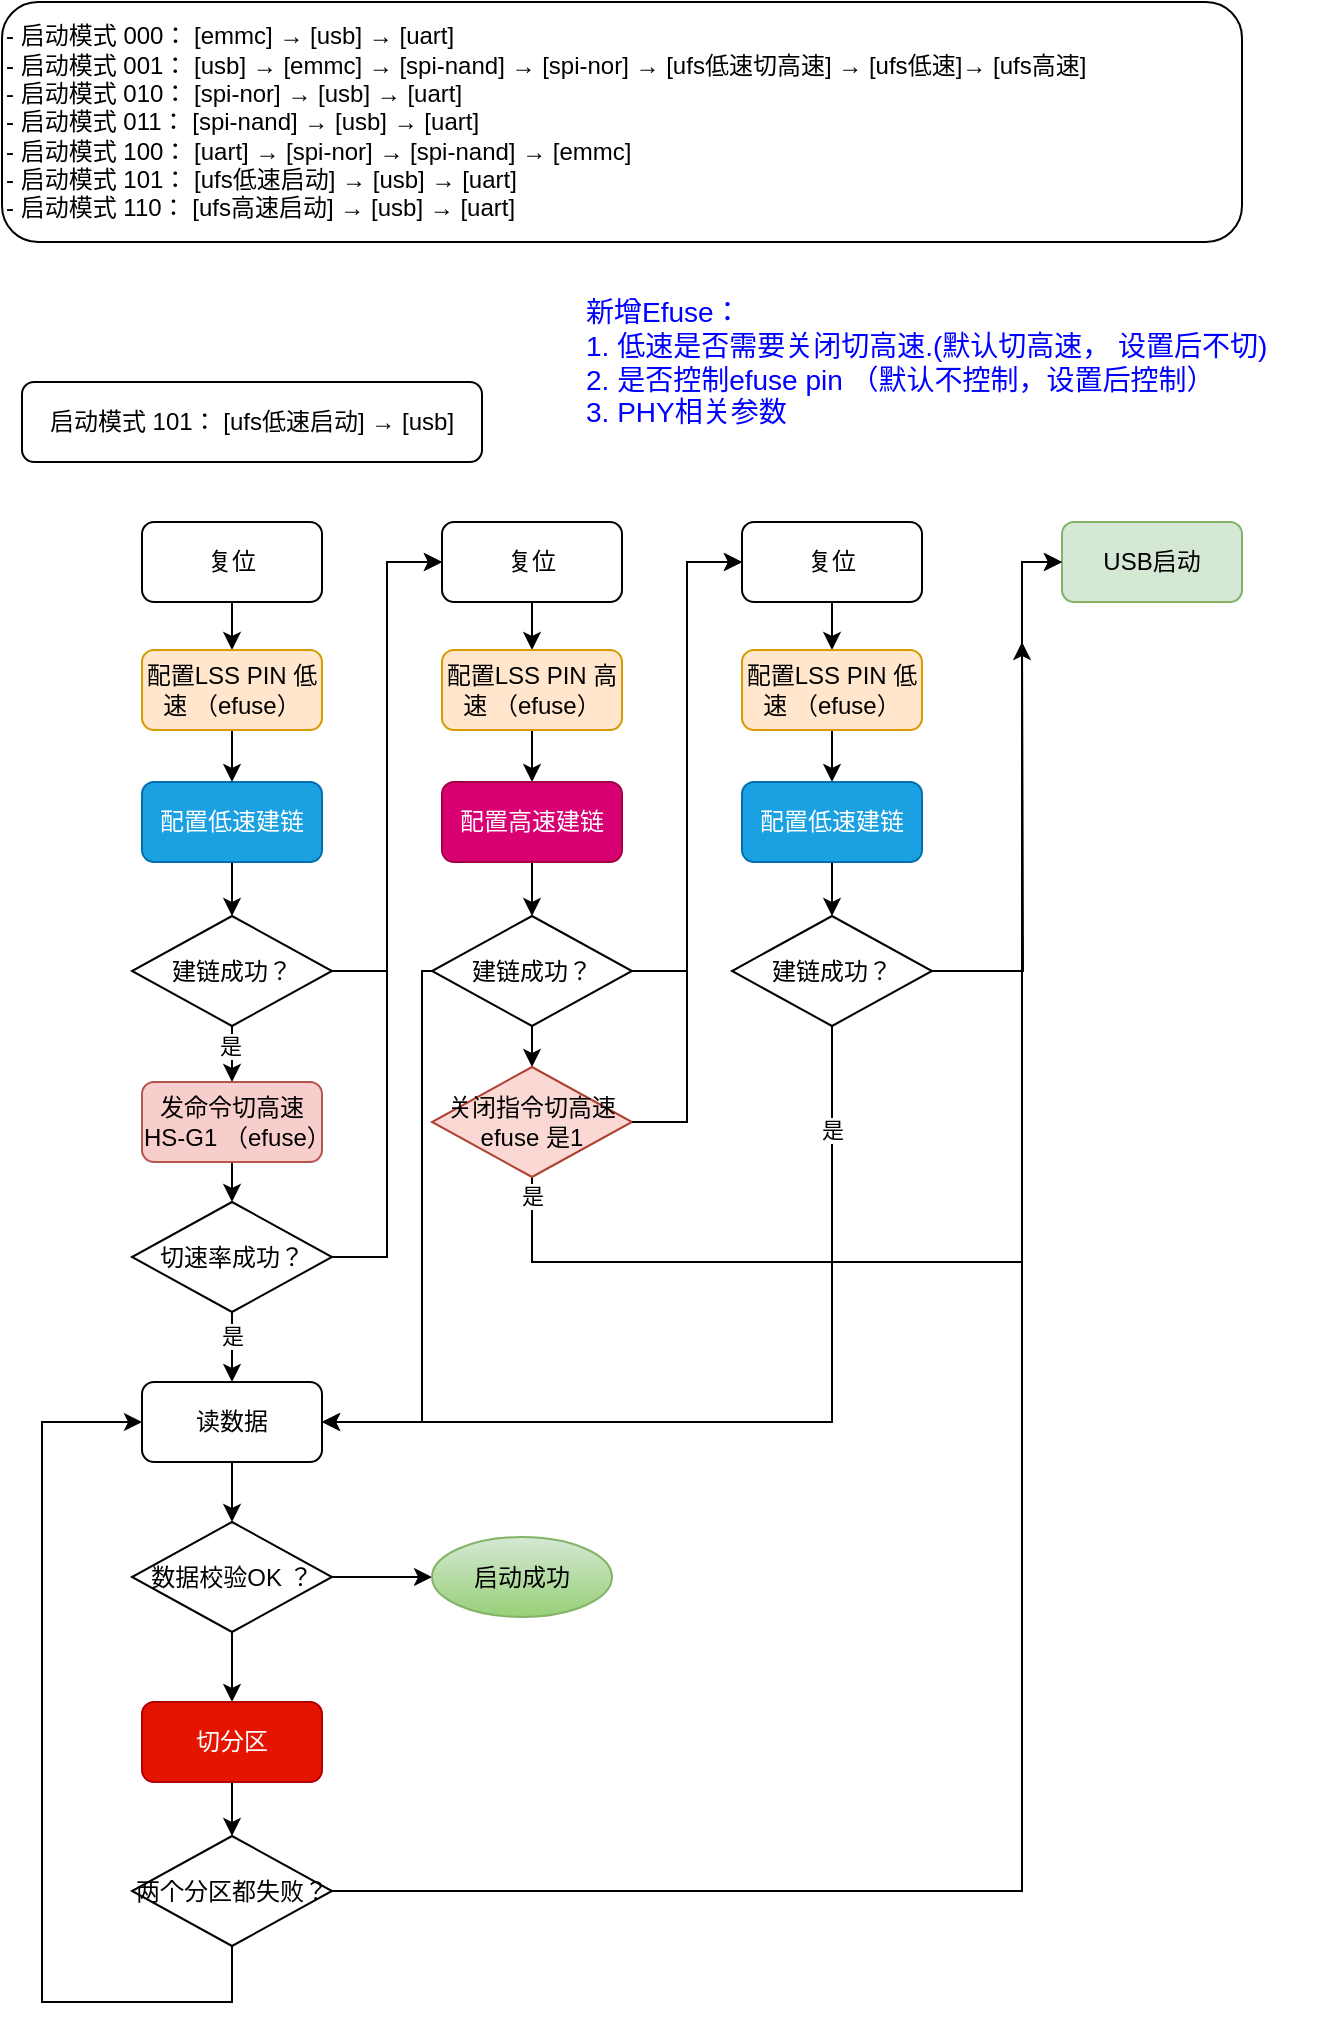
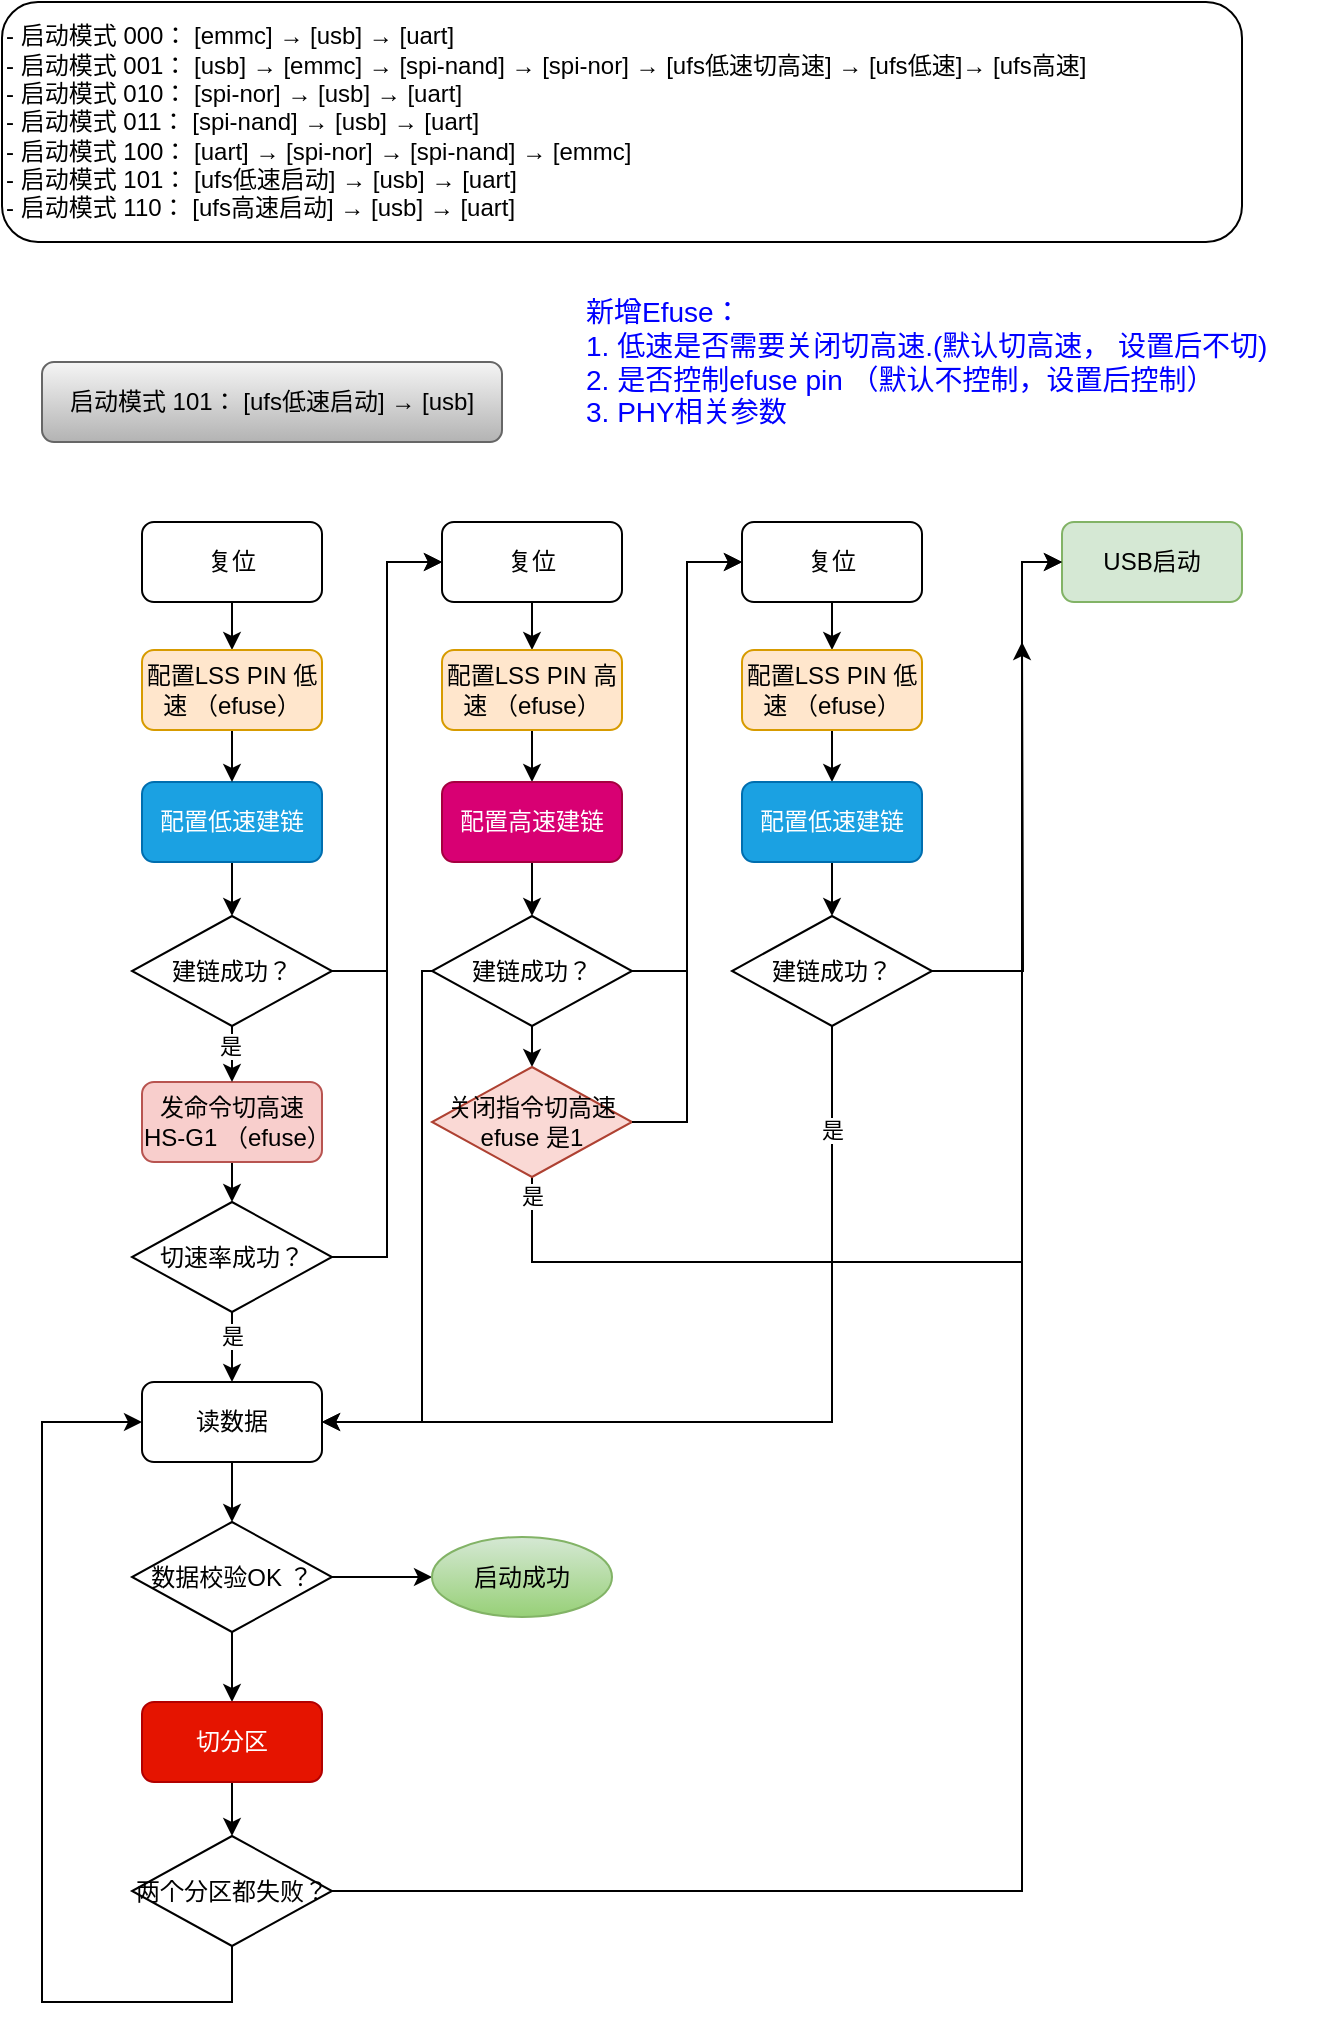
<mxfile host="app.diagrams.net" pages="3">
  <diagram name="第 1 页" id="G7MmgVwn_JN6exUAJ0xq">
    <mxGraphModel dx="1306" dy="677" grid="1" gridSize="10" guides="1" tooltips="1" connect="1" arrows="1" fold="1" page="1" pageScale="1" pageWidth="827" pageHeight="1169" math="0" shadow="0">
      <root>
        <mxCell id="0" />
        <mxCell id="1" parent="0" />
        <mxCell id="rA-qTAb89klGYPX6EJBB-1" parent="1" style="rounded=1;whiteSpace=wrap;html=1;align=left;" value="&lt;div&gt;-&amp;nbsp;&lt;span style=&quot;background-color: transparent; color: light-dark(rgb(0, 0, 0), rgb(255, 255, 255));&quot;&gt;启动模式&amp;nbsp;&lt;/span&gt;&lt;span style=&quot;background-color: transparent; color: light-dark(rgb(0, 0, 0), rgb(255, 255, 255));&quot;&gt;000： [emmc] → [usb] → [uart]&lt;/span&gt;&lt;/div&gt;&lt;div&gt;- 启动模式 001： [usb] → [emmc] → [spi-nand] → [spi-nor]&amp;nbsp;&lt;span style=&quot;background-color: transparent; color: light-dark(rgb(0, 0, 0), rgb(255, 255, 255));&quot;&gt;→ [ufs低速切高速]&amp;nbsp;&lt;/span&gt;&lt;span style=&quot;background-color: transparent; color: light-dark(rgb(0, 0, 0), rgb(255, 255, 255));&quot;&gt;→ [ufs&lt;/span&gt;低&lt;span style=&quot;background-color: transparent; color: light-dark(rgb(0, 0, 0), rgb(255, 255, 255));&quot;&gt;速]&lt;/span&gt;&lt;span style=&quot;background-color: transparent; color: light-dark(rgb(0, 0, 0), rgb(255, 255, 255));&quot;&gt;→ [ufs高速]&lt;/span&gt;&lt;span style=&quot;background-color: transparent; color: light-dark(rgb(0, 0, 0), rgb(255, 255, 255));&quot;&gt;&amp;nbsp;&lt;/span&gt;&lt;/div&gt;&lt;div&gt;- 启动模式 010： [spi-nor] → [usb] → [uart]&lt;/div&gt;&lt;div&gt;- 启动模式 011： [spi-nand] → [usb] → [uart]&lt;/div&gt;&lt;div&gt;- 启动模式 100： [uart] → [spi-nor] → [spi-nand] → [emmc]&lt;/div&gt;&lt;div&gt;- 启动模式 101： [ufs低速启动] &lt;span style=&quot;background-color: transparent; color: light-dark(rgb(0, 0, 0), rgb(255, 255, 255));&quot;&gt;→&amp;nbsp;&lt;/span&gt;&lt;span style=&quot;background-color: transparent; color: light-dark(rgb(0, 0, 0), rgb(255, 255, 255));&quot;&gt;[usb]&lt;/span&gt;&lt;span style=&quot;background-color: transparent; color: light-dark(rgb(0, 0, 0), rgb(255, 255, 255));&quot;&gt; &lt;/span&gt;&lt;span style=&quot;background-color: transparent; color: light-dark(rgb(0, 0, 0), rgb(255, 255, 255));&quot;&gt;→ [uart]&lt;/span&gt;&lt;/div&gt;&lt;div&gt;- 启动模式 110：&amp;nbsp;&lt;span style=&quot;background-color: transparent; color: light-dark(rgb(0, 0, 0), rgb(255, 255, 255));&quot;&gt;[ufs高速启动]&lt;/span&gt;&lt;span style=&quot;background-color: transparent; color: light-dark(rgb(0, 0, 0), rgb(255, 255, 255));&quot;&gt; &lt;/span&gt;&lt;span style=&quot;background-color: transparent; color: light-dark(rgb(0, 0, 0), rgb(255, 255, 255));&quot;&gt;→ &lt;/span&gt;&lt;span style=&quot;background-color: transparent; color: light-dark(rgb(0, 0, 0), rgb(255, 255, 255));&quot;&gt;[usb]&lt;/span&gt;&lt;span style=&quot;background-color: transparent; color: light-dark(rgb(0, 0, 0), rgb(255, 255, 255));&quot;&gt; &lt;/span&gt;&lt;span style=&quot;background-color: transparent; color: light-dark(rgb(0, 0, 0), rgb(255, 255, 255));&quot;&gt;→ [uart]&lt;/span&gt;&lt;/div&gt;" vertex="1">
          <mxGeometry height="120" width="620" x="90" y="60" as="geometry" />
        </mxCell>
        <mxCell id="NB0EyB8uGB_RDp4CUSld-2" parent="1" style="text;html=1;whiteSpace=wrap;strokeColor=none;fillColor=none;align=left;verticalAlign=middle;rounded=0;fontColor=#0000FF;fontSize=14;" value="新增Efuse：&lt;div&gt;1. 低速是否需要关闭切高速.(默认切高速， 设置后不切)&lt;/div&gt;&lt;div&gt;2. 是否控制efuse pin （默认不控制，设置后控制）&lt;/div&gt;&lt;div&gt;3. PHY相关参数&lt;/div&gt;" vertex="1">
          <mxGeometry height="80" width="374" x="380" y="200" as="geometry" />
        </mxCell>
        <mxCell id="NB0EyB8uGB_RDp4CUSld-23" edge="1" parent="1" source="NB0EyB8uGB_RDp4CUSld-5" style="edgeStyle=orthogonalEdgeStyle;rounded=0;orthogonalLoop=1;jettySize=auto;html=1;exitX=0.5;exitY=1;exitDx=0;exitDy=0;entryX=0.5;entryY=0;entryDx=0;entryDy=0;" target="NB0EyB8uGB_RDp4CUSld-7">
          <mxGeometry relative="1" as="geometry" />
        </mxCell>
        <mxCell id="NB0EyB8uGB_RDp4CUSld-5" parent="1" style="rounded=1;whiteSpace=wrap;html=1;" value="复位" vertex="1">
          <mxGeometry height="40" width="90" x="160" y="320" as="geometry" />
        </mxCell>
        <mxCell id="NB0EyB8uGB_RDp4CUSld-25" edge="1" parent="1" source="NB0EyB8uGB_RDp4CUSld-6" style="edgeStyle=orthogonalEdgeStyle;rounded=0;orthogonalLoop=1;jettySize=auto;html=1;exitX=0.5;exitY=1;exitDx=0;exitDy=0;entryX=0.5;entryY=0;entryDx=0;entryDy=0;" target="NB0EyB8uGB_RDp4CUSld-9">
          <mxGeometry relative="1" as="geometry" />
        </mxCell>
        <mxCell id="NB0EyB8uGB_RDp4CUSld-6" parent="1" style="rounded=1;whiteSpace=wrap;html=1;fillColor=#1ba1e2;fontColor=#ffffff;strokeColor=#006EAF;" value="配置低速建链" vertex="1">
          <mxGeometry height="40" width="90" x="160" y="450" as="geometry" />
        </mxCell>
        <mxCell id="NB0EyB8uGB_RDp4CUSld-24" edge="1" parent="1" source="NB0EyB8uGB_RDp4CUSld-7" style="edgeStyle=orthogonalEdgeStyle;rounded=0;orthogonalLoop=1;jettySize=auto;html=1;exitX=0.5;exitY=1;exitDx=0;exitDy=0;entryX=0.5;entryY=0;entryDx=0;entryDy=0;" target="NB0EyB8uGB_RDp4CUSld-6">
          <mxGeometry relative="1" as="geometry">
            <mxPoint x="205" y="444" as="targetPoint" />
          </mxGeometry>
        </mxCell>
        <mxCell id="NB0EyB8uGB_RDp4CUSld-7" parent="1" style="rounded=1;whiteSpace=wrap;html=1;fillColor=#ffe6cc;strokeColor=#d79b00;" value="配置LSS PIN 低速 （efuse）" vertex="1">
          <mxGeometry height="40" width="90" x="160" y="384" as="geometry" />
        </mxCell>
        <mxCell id="NB0EyB8uGB_RDp4CUSld-27" edge="1" parent="1" source="NB0EyB8uGB_RDp4CUSld-8" style="edgeStyle=orthogonalEdgeStyle;rounded=0;orthogonalLoop=1;jettySize=auto;html=1;exitX=0.5;exitY=1;exitDx=0;exitDy=0;entryX=0.5;entryY=0;entryDx=0;entryDy=0;" target="NB0EyB8uGB_RDp4CUSld-17">
          <mxGeometry relative="1" as="geometry" />
        </mxCell>
        <mxCell id="NB0EyB8uGB_RDp4CUSld-8" parent="1" style="rounded=1;whiteSpace=wrap;html=1;fillColor=#f8cecc;strokeColor=#b85450;" value="发命令切高速 HS-G1 （efuse）" vertex="1">
          <mxGeometry height="40" width="90" x="160" y="600" as="geometry" />
        </mxCell>
        <mxCell id="NB0EyB8uGB_RDp4CUSld-26" edge="1" parent="1" source="NB0EyB8uGB_RDp4CUSld-9" style="edgeStyle=orthogonalEdgeStyle;rounded=0;orthogonalLoop=1;jettySize=auto;html=1;exitX=0.5;exitY=1;exitDx=0;exitDy=0;" target="NB0EyB8uGB_RDp4CUSld-8">
          <mxGeometry relative="1" as="geometry" />
        </mxCell>
        <mxCell id="KlgkcFlpm4Ags5-VuJH5-14" connectable="0" parent="NB0EyB8uGB_RDp4CUSld-26" style="edgeLabel;html=1;align=center;verticalAlign=middle;resizable=0;points=[];" value="是" vertex="1">
          <mxGeometry relative="1" x="0.2946" y="-1" as="geometry">
            <mxPoint as="offset" />
          </mxGeometry>
        </mxCell>
        <mxCell id="KlgkcFlpm4Ags5-VuJH5-1" edge="1" parent="1" source="NB0EyB8uGB_RDp4CUSld-9" style="edgeStyle=orthogonalEdgeStyle;rounded=0;orthogonalLoop=1;jettySize=auto;html=1;exitX=1;exitY=0.5;exitDx=0;exitDy=0;entryX=0;entryY=0.5;entryDx=0;entryDy=0;" target="NB0EyB8uGB_RDp4CUSld-11">
          <mxGeometry relative="1" as="geometry" />
        </mxCell>
        <mxCell id="NB0EyB8uGB_RDp4CUSld-9" parent="1" style="rhombus;whiteSpace=wrap;html=1;" value="建链成功？" vertex="1">
          <mxGeometry height="55" width="100" x="155" y="517" as="geometry" />
        </mxCell>
-         <mxCell id="NB0EyB8uGB_RDp4CUSld-10" parent="1" style="rounded=1;whiteSpace=wrap;html=1;" value="&lt;span style=&quot;text-align: left;&quot;&gt;启动模式 101： [ufs低速启动] &lt;/span&gt;&lt;span style=&quot;color: light-dark(rgb(0, 0, 0), rgb(255, 255, 255)); text-align: left; background-color: transparent;&quot;&gt;→ &lt;/span&gt;&lt;span style=&quot;color: light-dark(rgb(0, 0, 0), rgb(255, 255, 255)); text-align: left; background-color: transparent;&quot;&gt;[usb]&lt;/span&gt;" vertex="1">
-           <mxGeometry height="40" width="230" x="100" y="250" as="geometry" />
+         <mxCell id="NB0EyB8uGB_RDp4CUSld-10" parent="1" style="rounded=1;whiteSpace=wrap;html=1;fillColor=#f5f5f5;gradientColor=#b3b3b3;strokeColor=#666666;" value="&lt;span style=&quot;text-align: left;&quot;&gt;启动模式 101： [ufs低速启动] &lt;/span&gt;&lt;span style=&quot;color: light-dark(rgb(0, 0, 0), rgb(255, 255, 255)); text-align: left; background-color: transparent;&quot;&gt;→ &lt;/span&gt;&lt;span style=&quot;color: light-dark(rgb(0, 0, 0), rgb(255, 255, 255)); text-align: left; background-color: transparent;&quot;&gt;[usb]&lt;/span&gt;" vertex="1">
+           <mxGeometry height="40" width="230" x="110" y="240" as="geometry" />
        </mxCell>
        <mxCell id="NB0EyB8uGB_RDp4CUSld-36" edge="1" parent="1" source="NB0EyB8uGB_RDp4CUSld-11" style="edgeStyle=orthogonalEdgeStyle;rounded=0;orthogonalLoop=1;jettySize=auto;html=1;exitX=0.5;exitY=1;exitDx=0;exitDy=0;entryX=0.5;entryY=0;entryDx=0;entryDy=0;" target="NB0EyB8uGB_RDp4CUSld-12">
          <mxGeometry relative="1" as="geometry" />
        </mxCell>
        <mxCell id="NB0EyB8uGB_RDp4CUSld-11" parent="1" style="rounded=1;whiteSpace=wrap;html=1;" value="复位" vertex="1">
          <mxGeometry height="40" width="90" x="310" y="320" as="geometry" />
        </mxCell>
        <mxCell id="NB0EyB8uGB_RDp4CUSld-37" edge="1" parent="1" source="NB0EyB8uGB_RDp4CUSld-12" style="edgeStyle=orthogonalEdgeStyle;rounded=0;orthogonalLoop=1;jettySize=auto;html=1;exitX=0.5;exitY=1;exitDx=0;exitDy=0;entryX=0.5;entryY=0;entryDx=0;entryDy=0;" target="NB0EyB8uGB_RDp4CUSld-13">
          <mxGeometry relative="1" as="geometry" />
        </mxCell>
        <mxCell id="NB0EyB8uGB_RDp4CUSld-12" parent="1" style="rounded=1;whiteSpace=wrap;html=1;fillColor=#ffe6cc;strokeColor=#d79b00;" value="配置LSS PIN 高速 （efuse）" vertex="1">
          <mxGeometry height="40" width="90" x="310" y="384" as="geometry" />
        </mxCell>
        <mxCell id="NB0EyB8uGB_RDp4CUSld-38" edge="1" parent="1" source="NB0EyB8uGB_RDp4CUSld-13" style="edgeStyle=orthogonalEdgeStyle;rounded=0;orthogonalLoop=1;jettySize=auto;html=1;exitX=0.5;exitY=1;exitDx=0;exitDy=0;entryX=0.5;entryY=0;entryDx=0;entryDy=0;" target="NB0EyB8uGB_RDp4CUSld-31">
          <mxGeometry relative="1" as="geometry" />
        </mxCell>
        <mxCell id="NB0EyB8uGB_RDp4CUSld-13" parent="1" style="rounded=1;whiteSpace=wrap;html=1;fillColor=#d80073;fontColor=#ffffff;strokeColor=#A50040;" value="配置高速建链" vertex="1">
          <mxGeometry height="40" width="90" x="310" y="450" as="geometry" />
        </mxCell>
        <mxCell id="NB0EyB8uGB_RDp4CUSld-28" edge="1" parent="1" source="NB0EyB8uGB_RDp4CUSld-17" style="edgeStyle=orthogonalEdgeStyle;rounded=0;orthogonalLoop=1;jettySize=auto;html=1;exitX=0.5;exitY=1;exitDx=0;exitDy=0;entryX=0.5;entryY=0;entryDx=0;entryDy=0;" target="NB0EyB8uGB_RDp4CUSld-18">
          <mxGeometry relative="1" as="geometry" />
        </mxCell>
        <mxCell id="KlgkcFlpm4Ags5-VuJH5-16" connectable="0" parent="NB0EyB8uGB_RDp4CUSld-28" style="edgeLabel;html=1;align=center;verticalAlign=middle;resizable=0;points=[];" value="是" vertex="1">
          <mxGeometry relative="1" x="-0.3338" as="geometry">
            <mxPoint as="offset" />
          </mxGeometry>
        </mxCell>
        <mxCell id="KlgkcFlpm4Ags5-VuJH5-2" edge="1" parent="1" source="NB0EyB8uGB_RDp4CUSld-17" style="edgeStyle=orthogonalEdgeStyle;rounded=0;orthogonalLoop=1;jettySize=auto;html=1;exitX=1;exitY=0.5;exitDx=0;exitDy=0;entryX=0;entryY=0.5;entryDx=0;entryDy=0;" target="NB0EyB8uGB_RDp4CUSld-11">
          <mxGeometry relative="1" as="geometry" />
        </mxCell>
        <mxCell id="NB0EyB8uGB_RDp4CUSld-17" parent="1" style="rhombus;whiteSpace=wrap;html=1;" value="切速率成功？" vertex="1">
          <mxGeometry height="55" width="100" x="155" y="660" as="geometry" />
        </mxCell>
        <mxCell id="NB0EyB8uGB_RDp4CUSld-29" edge="1" parent="1" source="NB0EyB8uGB_RDp4CUSld-18" style="edgeStyle=orthogonalEdgeStyle;rounded=0;orthogonalLoop=1;jettySize=auto;html=1;exitX=0.5;exitY=1;exitDx=0;exitDy=0;entryX=0.5;entryY=0;entryDx=0;entryDy=0;" target="NB0EyB8uGB_RDp4CUSld-20">
          <mxGeometry relative="1" as="geometry" />
        </mxCell>
        <mxCell id="NB0EyB8uGB_RDp4CUSld-18" parent="1" style="rounded=1;whiteSpace=wrap;html=1;" value="读数据" vertex="1">
          <mxGeometry height="40" width="90" x="160" y="750" as="geometry" />
        </mxCell>
        <mxCell id="NB0EyB8uGB_RDp4CUSld-30" edge="1" parent="1" source="NB0EyB8uGB_RDp4CUSld-20" style="edgeStyle=orthogonalEdgeStyle;rounded=0;orthogonalLoop=1;jettySize=auto;html=1;exitX=0.5;exitY=1;exitDx=0;exitDy=0;entryX=0.5;entryY=0;entryDx=0;entryDy=0;" target="NB0EyB8uGB_RDp4CUSld-21">
          <mxGeometry relative="1" as="geometry" />
        </mxCell>
        <mxCell id="Vg5q-0XLda4XJRTYY7xd-2" edge="1" parent="1" source="NB0EyB8uGB_RDp4CUSld-20" style="edgeStyle=orthogonalEdgeStyle;rounded=0;orthogonalLoop=1;jettySize=auto;html=1;exitX=1;exitY=0.5;exitDx=0;exitDy=0;entryX=0;entryY=0.5;entryDx=0;entryDy=0;" target="Vg5q-0XLda4XJRTYY7xd-1">
          <mxGeometry relative="1" as="geometry" />
        </mxCell>
        <mxCell id="NB0EyB8uGB_RDp4CUSld-20" parent="1" style="rhombus;whiteSpace=wrap;html=1;" value="数据校验OK ？" vertex="1">
          <mxGeometry height="55" width="100" x="155" y="820" as="geometry" />
        </mxCell>
        <mxCell id="NB0EyB8uGB_RDp4CUSld-22" edge="1" parent="1" source="KlgkcFlpm4Ags5-VuJH5-11" style="edgeStyle=orthogonalEdgeStyle;rounded=0;orthogonalLoop=1;jettySize=auto;html=1;exitX=0.5;exitY=1;exitDx=0;exitDy=0;entryX=0;entryY=0.5;entryDx=0;entryDy=0;" target="NB0EyB8uGB_RDp4CUSld-18">
          <mxGeometry relative="1" as="geometry">
            <Array as="points">
              <mxPoint x="205" y="1060" />
              <mxPoint x="110" y="1060" />
              <mxPoint x="110" y="770" />
            </Array>
          </mxGeometry>
        </mxCell>
        <mxCell id="KlgkcFlpm4Ags5-VuJH5-12" edge="1" parent="1" source="NB0EyB8uGB_RDp4CUSld-21" style="edgeStyle=orthogonalEdgeStyle;rounded=0;orthogonalLoop=1;jettySize=auto;html=1;exitX=0.5;exitY=1;exitDx=0;exitDy=0;entryX=0.5;entryY=0;entryDx=0;entryDy=0;" target="KlgkcFlpm4Ags5-VuJH5-11">
          <mxGeometry relative="1" as="geometry" />
        </mxCell>
        <mxCell id="NB0EyB8uGB_RDp4CUSld-21" parent="1" style="rounded=1;whiteSpace=wrap;html=1;fillColor=#e51400;fontColor=#ffffff;strokeColor=#B20000;" value="切分区" vertex="1">
          <mxGeometry height="40" width="90" x="160" y="910" as="geometry" />
        </mxCell>
        <mxCell id="KlgkcFlpm4Ags5-VuJH5-8" edge="1" parent="1" source="NB0EyB8uGB_RDp4CUSld-31" style="edgeStyle=orthogonalEdgeStyle;rounded=0;orthogonalLoop=1;jettySize=auto;html=1;exitX=1;exitY=0.5;exitDx=0;exitDy=0;entryX=0;entryY=0.5;entryDx=0;entryDy=0;" target="NB0EyB8uGB_RDp4CUSld-42">
          <mxGeometry relative="1" as="geometry" />
        </mxCell>
        <mxCell id="Vg5q-0XLda4XJRTYY7xd-7" edge="1" parent="1" source="NB0EyB8uGB_RDp4CUSld-31" style="edgeStyle=orthogonalEdgeStyle;rounded=0;orthogonalLoop=1;jettySize=auto;html=1;exitX=0;exitY=0.5;exitDx=0;exitDy=0;">
          <mxGeometry relative="1" as="geometry">
            <Array as="points">
              <mxPoint x="300" y="544" />
              <mxPoint x="300" y="770" />
            </Array>
            <mxPoint x="250" y="770" as="targetPoint" />
          </mxGeometry>
        </mxCell>
        <mxCell id="Vg5q-0XLda4XJRTYY7xd-8" edge="1" parent="1" source="NB0EyB8uGB_RDp4CUSld-31" style="edgeStyle=orthogonalEdgeStyle;rounded=0;orthogonalLoop=1;jettySize=auto;html=1;exitX=0.5;exitY=1;exitDx=0;exitDy=0;entryX=0.5;entryY=0;entryDx=0;entryDy=0;" target="Vg5q-0XLda4XJRTYY7xd-3">
          <mxGeometry relative="1" as="geometry" />
        </mxCell>
        <mxCell id="NB0EyB8uGB_RDp4CUSld-31" parent="1" style="rhombus;whiteSpace=wrap;html=1;" value="建链成功？" vertex="1">
          <mxGeometry height="55" width="100" x="305" y="517" as="geometry" />
        </mxCell>
        <mxCell id="KlgkcFlpm4Ags5-VuJH5-5" edge="1" parent="1" source="NB0EyB8uGB_RDp4CUSld-42" style="edgeStyle=orthogonalEdgeStyle;rounded=0;orthogonalLoop=1;jettySize=auto;html=1;exitX=0.5;exitY=1;exitDx=0;exitDy=0;entryX=0.5;entryY=0;entryDx=0;entryDy=0;" target="NB0EyB8uGB_RDp4CUSld-43">
          <mxGeometry relative="1" as="geometry" />
        </mxCell>
        <mxCell id="NB0EyB8uGB_RDp4CUSld-42" parent="1" style="rounded=1;whiteSpace=wrap;html=1;" value="复位" vertex="1">
          <mxGeometry height="40" width="90" x="460" y="320" as="geometry" />
        </mxCell>
        <mxCell id="KlgkcFlpm4Ags5-VuJH5-6" edge="1" parent="1" source="NB0EyB8uGB_RDp4CUSld-43" style="edgeStyle=orthogonalEdgeStyle;rounded=0;orthogonalLoop=1;jettySize=auto;html=1;exitX=0.5;exitY=1;exitDx=0;exitDy=0;entryX=0.5;entryY=0;entryDx=0;entryDy=0;" target="NB0EyB8uGB_RDp4CUSld-44">
          <mxGeometry relative="1" as="geometry" />
        </mxCell>
        <mxCell id="NB0EyB8uGB_RDp4CUSld-43" parent="1" style="rounded=1;whiteSpace=wrap;html=1;fillColor=#ffe6cc;strokeColor=#d79b00;" value="配置LSS PIN 低速 （efuse）" vertex="1">
          <mxGeometry height="40" width="90" x="460" y="384" as="geometry" />
        </mxCell>
        <mxCell id="KlgkcFlpm4Ags5-VuJH5-7" edge="1" parent="1" source="NB0EyB8uGB_RDp4CUSld-44" style="edgeStyle=orthogonalEdgeStyle;rounded=0;orthogonalLoop=1;jettySize=auto;html=1;exitX=0.5;exitY=1;exitDx=0;exitDy=0;entryX=0.5;entryY=0;entryDx=0;entryDy=0;" target="NB0EyB8uGB_RDp4CUSld-45">
          <mxGeometry relative="1" as="geometry" />
        </mxCell>
        <mxCell id="NB0EyB8uGB_RDp4CUSld-44" parent="1" style="rounded=1;whiteSpace=wrap;html=1;fillColor=#1ba1e2;fontColor=#ffffff;strokeColor=#006EAF;" value="配置低速建链" vertex="1">
          <mxGeometry height="40" width="90" x="460" y="450" as="geometry" />
        </mxCell>
        <mxCell id="KlgkcFlpm4Ags5-VuJH5-4" edge="1" parent="1" source="NB0EyB8uGB_RDp4CUSld-45" style="edgeStyle=orthogonalEdgeStyle;rounded=0;orthogonalLoop=1;jettySize=auto;html=1;exitX=0.5;exitY=1;exitDx=0;exitDy=0;">
          <mxGeometry relative="1" as="geometry">
            <Array as="points">
              <mxPoint x="505" y="770" />
              <mxPoint x="250" y="770" />
            </Array>
            <mxPoint x="250" y="770" as="targetPoint" />
          </mxGeometry>
        </mxCell>
        <mxCell id="KlgkcFlpm4Ags5-VuJH5-18" connectable="0" parent="KlgkcFlpm4Ags5-VuJH5-4" style="edgeLabel;html=1;align=center;verticalAlign=middle;resizable=0;points=[];" value="是" vertex="1">
          <mxGeometry relative="1" x="-0.7697" as="geometry">
            <mxPoint as="offset" />
          </mxGeometry>
        </mxCell>
        <mxCell id="KlgkcFlpm4Ags5-VuJH5-19" edge="1" parent="1" source="NB0EyB8uGB_RDp4CUSld-45" style="edgeStyle=orthogonalEdgeStyle;rounded=0;orthogonalLoop=1;jettySize=auto;html=1;exitX=1;exitY=0.5;exitDx=0;exitDy=0;">
          <mxGeometry relative="1" as="geometry">
            <mxPoint x="600" y="380" as="targetPoint" />
          </mxGeometry>
        </mxCell>
        <mxCell id="NB0EyB8uGB_RDp4CUSld-45" parent="1" style="rhombus;whiteSpace=wrap;html=1;" value="建链成功？" vertex="1">
          <mxGeometry height="55" width="100" x="455" y="517" as="geometry" />
        </mxCell>
        <mxCell id="KlgkcFlpm4Ags5-VuJH5-9" parent="1" style="rounded=1;whiteSpace=wrap;html=1;fillColor=#d5e8d4;strokeColor=#82b366;" value="USB启动" vertex="1">
          <mxGeometry height="40" width="90" x="620" y="320" as="geometry" />
        </mxCell>
        <mxCell id="KlgkcFlpm4Ags5-VuJH5-13" edge="1" parent="1" source="KlgkcFlpm4Ags5-VuJH5-11" style="edgeStyle=orthogonalEdgeStyle;rounded=0;orthogonalLoop=1;jettySize=auto;html=1;exitX=1;exitY=0.5;exitDx=0;exitDy=0;entryX=0;entryY=0.5;entryDx=0;entryDy=0;" target="KlgkcFlpm4Ags5-VuJH5-9">
          <mxGeometry relative="1" as="geometry">
            <Array as="points">
              <mxPoint x="600" y="1005" />
              <mxPoint x="600" y="340" />
            </Array>
          </mxGeometry>
        </mxCell>
        <mxCell id="KlgkcFlpm4Ags5-VuJH5-11" parent="1" style="rhombus;whiteSpace=wrap;html=1;" value="两个分区都失败？" vertex="1">
          <mxGeometry height="55" width="100" x="155" y="977" as="geometry" />
        </mxCell>
        <mxCell id="Vg5q-0XLda4XJRTYY7xd-1" parent="1" style="ellipse;whiteSpace=wrap;html=1;fillColor=#d5e8d4;gradientColor=#97d077;strokeColor=#82b366;" value="启动成功" vertex="1">
          <mxGeometry height="40" width="90" x="305" y="827.5" as="geometry" />
        </mxCell>
        <mxCell id="Vg5q-0XLda4XJRTYY7xd-10" edge="1" parent="1" source="Vg5q-0XLda4XJRTYY7xd-3" style="edgeStyle=orthogonalEdgeStyle;rounded=0;orthogonalLoop=1;jettySize=auto;html=1;exitX=0.5;exitY=1;exitDx=0;exitDy=0;entryX=0;entryY=0.5;entryDx=0;entryDy=0;" target="KlgkcFlpm4Ags5-VuJH5-9">
          <mxGeometry relative="1" as="geometry">
            <Array as="points">
              <mxPoint x="355" y="690" />
              <mxPoint x="600" y="690" />
              <mxPoint x="600" y="340" />
            </Array>
          </mxGeometry>
        </mxCell>
        <mxCell id="Vg5q-0XLda4XJRTYY7xd-11" connectable="0" parent="Vg5q-0XLda4XJRTYY7xd-10" style="edgeLabel;html=1;align=center;verticalAlign=middle;resizable=0;points=[];" value="是" vertex="1">
          <mxGeometry relative="1" x="-0.9713" as="geometry">
            <mxPoint as="offset" />
          </mxGeometry>
        </mxCell>
        <mxCell id="Vg5q-0XLda4XJRTYY7xd-3" parent="1" style="rhombus;whiteSpace=wrap;html=1;fillColor=#fad9d5;strokeColor=#ae4132;" value="关闭指令切高速&lt;div&gt;efuse 是1&lt;/div&gt;" vertex="1">
          <mxGeometry height="55" width="100" x="305" y="592.5" as="geometry" />
        </mxCell>
        <mxCell id="Vg5q-0XLda4XJRTYY7xd-9" edge="1" parent="1" source="Vg5q-0XLda4XJRTYY7xd-3" style="edgeStyle=orthogonalEdgeStyle;rounded=0;orthogonalLoop=1;jettySize=auto;html=1;exitX=1;exitY=0.5;exitDx=0;exitDy=0;entryX=0;entryY=0.5;entryDx=0;entryDy=0;" target="NB0EyB8uGB_RDp4CUSld-42">
          <mxGeometry relative="1" as="geometry" />
        </mxCell>
      </root>
    </mxGraphModel>
  </diagram>
  <diagram id="ql6nhWf0VNW54Wtxsakh" name="第 3 页">
    <mxGraphModel dx="902" dy="467" grid="1" gridSize="10" guides="1" tooltips="1" connect="1" arrows="1" fold="1" page="1" pageScale="1" pageWidth="827" pageHeight="1169" math="0" shadow="0">
      <root>
        <mxCell id="0" />
        <mxCell id="1" parent="0" />
        <mxCell id="Snxa9bD47oOBx4wNCC72-1" edge="1" parent="1" source="Snxa9bD47oOBx4wNCC72-2" style="edgeStyle=orthogonalEdgeStyle;rounded=0;orthogonalLoop=1;jettySize=auto;html=1;exitX=0.5;exitY=1;exitDx=0;exitDy=0;entryX=0.5;entryY=0;entryDx=0;entryDy=0;" target="Snxa9bD47oOBx4wNCC72-6">
          <mxGeometry relative="1" as="geometry" />
        </mxCell>
        <mxCell id="Snxa9bD47oOBx4wNCC72-2" parent="1" style="rounded=1;whiteSpace=wrap;html=1;" value="复位" vertex="1">
          <mxGeometry height="40" width="90" x="190" y="110" as="geometry" />
        </mxCell>
        <mxCell id="Snxa9bD47oOBx4wNCC72-3" edge="1" parent="1" source="Snxa9bD47oOBx4wNCC72-4" style="edgeStyle=orthogonalEdgeStyle;rounded=0;orthogonalLoop=1;jettySize=auto;html=1;exitX=0.5;exitY=1;exitDx=0;exitDy=0;entryX=0.5;entryY=0;entryDx=0;entryDy=0;" target="Snxa9bD47oOBx4wNCC72-23">
          <mxGeometry relative="1" as="geometry">
            <mxPoint x="235" y="307" as="targetPoint" />
          </mxGeometry>
        </mxCell>
        <mxCell id="Snxa9bD47oOBx4wNCC72-4" parent="1" style="rounded=1;whiteSpace=wrap;html=1;fillColor=#d80073;fontColor=#ffffff;strokeColor=#A50040;" value="配置高速建链" vertex="1">
          <mxGeometry height="40" width="90" x="190" y="240" as="geometry" />
        </mxCell>
        <mxCell id="Snxa9bD47oOBx4wNCC72-5" edge="1" parent="1" source="Snxa9bD47oOBx4wNCC72-6" style="edgeStyle=orthogonalEdgeStyle;rounded=0;orthogonalLoop=1;jettySize=auto;html=1;exitX=0.5;exitY=1;exitDx=0;exitDy=0;entryX=0.5;entryY=0;entryDx=0;entryDy=0;" target="Snxa9bD47oOBx4wNCC72-4">
          <mxGeometry relative="1" as="geometry">
            <mxPoint x="235" y="234" as="targetPoint" />
          </mxGeometry>
        </mxCell>
        <mxCell id="Snxa9bD47oOBx4wNCC72-6" parent="1" style="rounded=1;whiteSpace=wrap;html=1;fillColor=#ffe6cc;strokeColor=#d79b00;" value="配置LSS PIN高速 （efuse）" vertex="1">
          <mxGeometry height="40" width="90" x="190" y="174" as="geometry" />
        </mxCell>
-         <mxCell id="Snxa9bD47oOBx4wNCC72-13" parent="1" style="rounded=1;whiteSpace=wrap;html=1;align=left;" value="启动模式 110： &lt;span style=&quot;color: light-dark(rgb(0, 0, 0), rgb(255, 255, 255)); background-color: transparent;&quot;&gt;[ufs高速启动]&lt;/span&gt;&lt;span style=&quot;color: light-dark(rgb(0, 0, 0), rgb(255, 255, 255)); background-color: transparent;&quot;&gt; &lt;/span&gt;&lt;span style=&quot;color: light-dark(rgb(0, 0, 0), rgb(255, 255, 255)); background-color: transparent;&quot;&gt;→ &lt;/span&gt;&lt;span style=&quot;color: light-dark(rgb(0, 0, 0), rgb(255, 255, 255)); background-color: transparent;&quot;&gt;[usb]&lt;/span&gt;" vertex="1">
-           <mxGeometry height="40" width="450" x="185" y="30" as="geometry" />
+         <mxCell id="Snxa9bD47oOBx4wNCC72-13" parent="1" style="rounded=1;whiteSpace=wrap;html=1;align=left;fillColor=#f5f5f5;gradientColor=#b3b3b3;strokeColor=#666666;" value="启动模式 110： &lt;span style=&quot;color: light-dark(rgb(0, 0, 0), rgb(255, 255, 255)); background-color: transparent;&quot;&gt;[ufs高速启动]&lt;/span&gt;&lt;span style=&quot;color: light-dark(rgb(0, 0, 0), rgb(255, 255, 255)); background-color: transparent;&quot;&gt; &lt;/span&gt;&lt;span style=&quot;color: light-dark(rgb(0, 0, 0), rgb(255, 255, 255)); background-color: transparent;&quot;&gt;→ &lt;/span&gt;&lt;span style=&quot;color: light-dark(rgb(0, 0, 0), rgb(255, 255, 255)); background-color: transparent;&quot;&gt;[usb]&lt;/span&gt;" vertex="1">
+           <mxGeometry height="40" width="275" x="185" y="30" as="geometry" />
        </mxCell>
        <mxCell id="Snxa9bD47oOBx4wNCC72-14" edge="1" parent="1" source="Snxa9bD47oOBx4wNCC72-15" style="edgeStyle=orthogonalEdgeStyle;rounded=0;orthogonalLoop=1;jettySize=auto;html=1;exitX=0.5;exitY=1;exitDx=0;exitDy=0;entryX=0.5;entryY=0;entryDx=0;entryDy=0;" target="Snxa9bD47oOBx4wNCC72-17">
          <mxGeometry relative="1" as="geometry" />
        </mxCell>
        <mxCell id="Snxa9bD47oOBx4wNCC72-15" parent="1" style="rounded=1;whiteSpace=wrap;html=1;" value="复位" vertex="1">
          <mxGeometry height="40" width="90" x="340" y="110" as="geometry" />
        </mxCell>
        <mxCell id="Snxa9bD47oOBx4wNCC72-16" edge="1" parent="1" source="Snxa9bD47oOBx4wNCC72-17" style="edgeStyle=orthogonalEdgeStyle;rounded=0;orthogonalLoop=1;jettySize=auto;html=1;exitX=0.5;exitY=1;exitDx=0;exitDy=0;entryX=0.5;entryY=0;entryDx=0;entryDy=0;" target="Snxa9bD47oOBx4wNCC72-19">
          <mxGeometry relative="1" as="geometry" />
        </mxCell>
        <mxCell id="Snxa9bD47oOBx4wNCC72-17" parent="1" style="rounded=1;whiteSpace=wrap;html=1;fillColor=#ffe6cc;strokeColor=#d79b00;" value="配置LSS PIN 低速 (efuse)" vertex="1">
          <mxGeometry height="40" width="90" x="340" y="174" as="geometry" />
        </mxCell>
        <mxCell id="Snxa9bD47oOBx4wNCC72-18" edge="1" parent="1" source="Snxa9bD47oOBx4wNCC72-19" style="edgeStyle=orthogonalEdgeStyle;rounded=0;orthogonalLoop=1;jettySize=auto;html=1;exitX=0.5;exitY=1;exitDx=0;exitDy=0;entryX=0.5;entryY=0;entryDx=0;entryDy=0;" target="Snxa9bD47oOBx4wNCC72-34">
          <mxGeometry relative="1" as="geometry" />
        </mxCell>
        <mxCell id="Snxa9bD47oOBx4wNCC72-19" parent="1" style="rounded=1;whiteSpace=wrap;html=1;fillColor=#1ba1e2;fontColor=#ffffff;strokeColor=#006EAF;" value="配置低速建链" vertex="1">
          <mxGeometry height="40" width="90" x="340" y="240" as="geometry" />
        </mxCell>
        <mxCell id="Snxa9bD47oOBx4wNCC72-20" edge="1" parent="1" source="Snxa9bD47oOBx4wNCC72-23" style="edgeStyle=orthogonalEdgeStyle;rounded=0;orthogonalLoop=1;jettySize=auto;html=1;exitX=0.5;exitY=1;exitDx=0;exitDy=0;entryX=0.5;entryY=0;entryDx=0;entryDy=0;" target="Snxa9bD47oOBx4wNCC72-25">
          <mxGeometry relative="1" as="geometry" />
        </mxCell>
        <mxCell id="Snxa9bD47oOBx4wNCC72-21" connectable="0" parent="Snxa9bD47oOBx4wNCC72-20" style="edgeLabel;html=1;align=center;verticalAlign=middle;resizable=0;points=[];" value="是" vertex="1">
          <mxGeometry relative="1" x="-0.3338" as="geometry">
            <mxPoint as="offset" />
          </mxGeometry>
        </mxCell>
        <mxCell id="Snxa9bD47oOBx4wNCC72-22" edge="1" parent="1" source="Snxa9bD47oOBx4wNCC72-23" style="edgeStyle=orthogonalEdgeStyle;rounded=0;orthogonalLoop=1;jettySize=auto;html=1;exitX=1;exitY=0.5;exitDx=0;exitDy=0;entryX=0;entryY=0.5;entryDx=0;entryDy=0;" target="Snxa9bD47oOBx4wNCC72-15">
          <mxGeometry relative="1" as="geometry" />
        </mxCell>
        <mxCell id="Snxa9bD47oOBx4wNCC72-23" parent="1" style="rhombus;whiteSpace=wrap;html=1;" value="建链成功？" vertex="1">
          <mxGeometry height="55" width="100" x="185" y="310" as="geometry" />
        </mxCell>
        <mxCell id="Snxa9bD47oOBx4wNCC72-24" edge="1" parent="1" source="Snxa9bD47oOBx4wNCC72-25" style="edgeStyle=orthogonalEdgeStyle;rounded=0;orthogonalLoop=1;jettySize=auto;html=1;exitX=0.5;exitY=1;exitDx=0;exitDy=0;entryX=0.5;entryY=0;entryDx=0;entryDy=0;" target="Snxa9bD47oOBx4wNCC72-27">
          <mxGeometry relative="1" as="geometry" />
        </mxCell>
        <mxCell id="Snxa9bD47oOBx4wNCC72-25" parent="1" style="rounded=1;whiteSpace=wrap;html=1;" value="读数据" vertex="1">
          <mxGeometry height="40" width="90" x="190" y="540" as="geometry" />
        </mxCell>
        <mxCell id="Snxa9bD47oOBx4wNCC72-26" edge="1" parent="1" source="Snxa9bD47oOBx4wNCC72-27" style="edgeStyle=orthogonalEdgeStyle;rounded=0;orthogonalLoop=1;jettySize=auto;html=1;exitX=0.5;exitY=1;exitDx=0;exitDy=0;entryX=0.5;entryY=0;entryDx=0;entryDy=0;" target="Snxa9bD47oOBx4wNCC72-30">
          <mxGeometry relative="1" as="geometry" />
        </mxCell>
        <mxCell id="Qj_6jyX3p3bSbpmFPhCt-1" connectable="0" parent="Snxa9bD47oOBx4wNCC72-26" style="edgeLabel;html=1;align=center;verticalAlign=middle;resizable=0;points=[];" value="否" vertex="1">
          <mxGeometry relative="1" x="-0.4236" y="-2" as="geometry">
            <mxPoint as="offset" />
          </mxGeometry>
        </mxCell>
        <mxCell id="Qj_6jyX3p3bSbpmFPhCt-3" edge="1" parent="1" source="Snxa9bD47oOBx4wNCC72-27" style="edgeStyle=orthogonalEdgeStyle;rounded=0;orthogonalLoop=1;jettySize=auto;html=1;exitX=1;exitY=0.5;exitDx=0;exitDy=0;" target="Qj_6jyX3p3bSbpmFPhCt-2">
          <mxGeometry relative="1" as="geometry" />
        </mxCell>
        <mxCell id="Snxa9bD47oOBx4wNCC72-27" parent="1" style="rhombus;whiteSpace=wrap;html=1;" value="数据校验OK ？" vertex="1">
          <mxGeometry height="55" width="100" x="185" y="610" as="geometry" />
        </mxCell>
        <mxCell id="Snxa9bD47oOBx4wNCC72-28" edge="1" parent="1" source="Snxa9bD47oOBx4wNCC72-47" style="edgeStyle=orthogonalEdgeStyle;rounded=0;orthogonalLoop=1;jettySize=auto;html=1;exitX=0.5;exitY=1;exitDx=0;exitDy=0;entryX=0;entryY=0.5;entryDx=0;entryDy=0;" target="Snxa9bD47oOBx4wNCC72-25">
          <mxGeometry relative="1" as="geometry">
            <Array as="points">
              <mxPoint x="235" y="850" />
              <mxPoint x="140" y="850" />
              <mxPoint x="140" y="560" />
            </Array>
          </mxGeometry>
        </mxCell>
        <mxCell id="Snxa9bD47oOBx4wNCC72-29" edge="1" parent="1" source="Snxa9bD47oOBx4wNCC72-30" style="edgeStyle=orthogonalEdgeStyle;rounded=0;orthogonalLoop=1;jettySize=auto;html=1;exitX=0.5;exitY=1;exitDx=0;exitDy=0;entryX=0.5;entryY=0;entryDx=0;entryDy=0;" target="Snxa9bD47oOBx4wNCC72-47">
          <mxGeometry relative="1" as="geometry" />
        </mxCell>
        <mxCell id="Snxa9bD47oOBx4wNCC72-30" parent="1" style="rounded=1;whiteSpace=wrap;html=1;fillColor=#e51400;fontColor=#ffffff;strokeColor=#B20000;" value="切分区" vertex="1">
          <mxGeometry height="40" width="90" x="190" y="700" as="geometry" />
        </mxCell>
        <mxCell id="Snxa9bD47oOBx4wNCC72-31" edge="1" parent="1" source="kbyZZD2k67tRUDCe1sfv-1" style="edgeStyle=orthogonalEdgeStyle;rounded=0;orthogonalLoop=1;jettySize=auto;html=1;exitX=0.5;exitY=1;exitDx=0;exitDy=0;" target="kbyZZD2k67tRUDCe1sfv-4">
          <mxGeometry relative="1" as="geometry" />
        </mxCell>
        <mxCell id="Snxa9bD47oOBx4wNCC72-33" edge="1" parent="1" source="Snxa9bD47oOBx4wNCC72-34" style="edgeStyle=orthogonalEdgeStyle;rounded=0;orthogonalLoop=1;jettySize=auto;html=1;exitX=1;exitY=0.5;exitDx=0;exitDy=0;entryX=0;entryY=0.5;entryDx=0;entryDy=0;" target="Snxa9bD47oOBx4wNCC72-45">
          <mxGeometry relative="1" as="geometry">
            <Array as="points">
              <mxPoint x="450" y="335" />
              <mxPoint x="450" y="100" />
              <mxPoint x="630" y="100" />
              <mxPoint x="630" y="130" />
            </Array>
          </mxGeometry>
        </mxCell>
        <mxCell id="Snxa9bD47oOBx4wNCC72-34" parent="1" style="rhombus;whiteSpace=wrap;html=1;" value="建链成功？" vertex="1">
          <mxGeometry height="55" width="100" x="335" y="307" as="geometry" />
        </mxCell>
        <mxCell id="Snxa9bD47oOBx4wNCC72-35" edge="1" parent="1" source="Snxa9bD47oOBx4wNCC72-36" style="edgeStyle=orthogonalEdgeStyle;rounded=0;orthogonalLoop=1;jettySize=auto;html=1;exitX=0.5;exitY=1;exitDx=0;exitDy=0;entryX=0.5;entryY=0;entryDx=0;entryDy=0;" target="Snxa9bD47oOBx4wNCC72-38">
          <mxGeometry relative="1" as="geometry" />
        </mxCell>
        <mxCell id="Snxa9bD47oOBx4wNCC72-36" parent="1" style="rounded=1;whiteSpace=wrap;html=1;" value="复位" vertex="1">
          <mxGeometry height="40" width="90" x="490" y="110" as="geometry" />
        </mxCell>
        <mxCell id="Snxa9bD47oOBx4wNCC72-37" edge="1" parent="1" source="Snxa9bD47oOBx4wNCC72-38" style="edgeStyle=orthogonalEdgeStyle;rounded=0;orthogonalLoop=1;jettySize=auto;html=1;exitX=0.5;exitY=1;exitDx=0;exitDy=0;entryX=0.5;entryY=0;entryDx=0;entryDy=0;" target="Snxa9bD47oOBx4wNCC72-40">
          <mxGeometry relative="1" as="geometry" />
        </mxCell>
        <mxCell id="Snxa9bD47oOBx4wNCC72-38" parent="1" style="rounded=1;whiteSpace=wrap;html=1;fillColor=#ffe6cc;strokeColor=#d79b00;" value="配置LSS PIN 低速 (efuse)" vertex="1">
          <mxGeometry height="40" width="90" x="490" y="174" as="geometry" />
        </mxCell>
        <mxCell id="Snxa9bD47oOBx4wNCC72-39" edge="1" parent="1" source="Snxa9bD47oOBx4wNCC72-40" style="edgeStyle=orthogonalEdgeStyle;rounded=0;orthogonalLoop=1;jettySize=auto;html=1;exitX=0.5;exitY=1;exitDx=0;exitDy=0;entryX=0.5;entryY=0;entryDx=0;entryDy=0;" target="Snxa9bD47oOBx4wNCC72-44">
          <mxGeometry relative="1" as="geometry" />
        </mxCell>
        <mxCell id="Snxa9bD47oOBx4wNCC72-40" parent="1" style="rounded=1;whiteSpace=wrap;html=1;fillColor=#1ba1e2;fontColor=#ffffff;strokeColor=#006EAF;" value="配置低速建链" vertex="1">
          <mxGeometry height="40" width="90" x="490" y="240" as="geometry" />
        </mxCell>
        <mxCell id="Snxa9bD47oOBx4wNCC72-41" edge="1" parent="1" source="Snxa9bD47oOBx4wNCC72-44" style="edgeStyle=orthogonalEdgeStyle;rounded=0;orthogonalLoop=1;jettySize=auto;html=1;exitX=0.5;exitY=1;exitDx=0;exitDy=0;">
          <mxGeometry relative="1" as="geometry">
            <Array as="points">
              <mxPoint x="535" y="560" />
              <mxPoint x="280" y="560" />
            </Array>
            <mxPoint x="280" y="560" as="targetPoint" />
          </mxGeometry>
        </mxCell>
        <mxCell id="Snxa9bD47oOBx4wNCC72-42" connectable="0" parent="Snxa9bD47oOBx4wNCC72-41" style="edgeLabel;html=1;align=center;verticalAlign=middle;resizable=0;points=[];" value="是" vertex="1">
          <mxGeometry relative="1" x="-0.7697" as="geometry">
            <mxPoint as="offset" />
          </mxGeometry>
        </mxCell>
        <mxCell id="Snxa9bD47oOBx4wNCC72-43" edge="1" parent="1" source="Snxa9bD47oOBx4wNCC72-44" style="edgeStyle=orthogonalEdgeStyle;rounded=0;orthogonalLoop=1;jettySize=auto;html=1;exitX=1;exitY=0.5;exitDx=0;exitDy=0;">
          <mxGeometry relative="1" as="geometry">
            <mxPoint x="630" y="170" as="targetPoint" />
          </mxGeometry>
        </mxCell>
        <mxCell id="Snxa9bD47oOBx4wNCC72-44" parent="1" style="rhombus;whiteSpace=wrap;html=1;" value="建链成功？" vertex="1">
          <mxGeometry height="55" width="100" x="485" y="307" as="geometry" />
        </mxCell>
        <mxCell id="Snxa9bD47oOBx4wNCC72-45" parent="1" style="rounded=1;whiteSpace=wrap;html=1;fillColor=#d5e8d4;strokeColor=#82b366;" value="USB启动" vertex="1">
          <mxGeometry height="40" width="90" x="650" y="110" as="geometry" />
        </mxCell>
        <mxCell id="Snxa9bD47oOBx4wNCC72-46" edge="1" parent="1" source="Snxa9bD47oOBx4wNCC72-47" style="edgeStyle=orthogonalEdgeStyle;rounded=0;orthogonalLoop=1;jettySize=auto;html=1;exitX=1;exitY=0.5;exitDx=0;exitDy=0;entryX=0;entryY=0.5;entryDx=0;entryDy=0;" target="Snxa9bD47oOBx4wNCC72-45">
          <mxGeometry relative="1" as="geometry">
            <Array as="points">
              <mxPoint x="630" y="795" />
              <mxPoint x="630" y="130" />
            </Array>
          </mxGeometry>
        </mxCell>
        <mxCell id="Snxa9bD47oOBx4wNCC72-47" parent="1" style="rhombus;whiteSpace=wrap;html=1;" value="两个分区都失败？" vertex="1">
          <mxGeometry height="55" width="100" x="185" y="767" as="geometry" />
        </mxCell>
        <mxCell id="kbyZZD2k67tRUDCe1sfv-2" edge="1" parent="1" source="Snxa9bD47oOBx4wNCC72-34" style="edgeStyle=orthogonalEdgeStyle;rounded=0;orthogonalLoop=1;jettySize=auto;html=1;exitX=0.5;exitY=1;exitDx=0;exitDy=0;entryX=0.5;entryY=0;entryDx=0;entryDy=0;" target="kbyZZD2k67tRUDCe1sfv-1" value="">
          <mxGeometry relative="1" as="geometry">
            <mxPoint x="385" y="362" as="sourcePoint" />
            <mxPoint x="280" y="560" as="targetPoint" />
          </mxGeometry>
        </mxCell>
        <mxCell id="kbyZZD2k67tRUDCe1sfv-3" connectable="0" parent="kbyZZD2k67tRUDCe1sfv-2" style="edgeLabel;html=1;align=center;verticalAlign=middle;resizable=0;points=[];" value="是" vertex="1">
          <mxGeometry relative="1" x="-0.5934" y="-1" as="geometry">
            <mxPoint as="offset" />
          </mxGeometry>
        </mxCell>
        <mxCell id="kbyZZD2k67tRUDCe1sfv-1" parent="1" style="rounded=1;whiteSpace=wrap;html=1;fillColor=#f8cecc;strokeColor=#b85450;" value="发命令切高速 HS-G1" vertex="1">
          <mxGeometry height="40" width="90" x="340" y="390" as="geometry" />
        </mxCell>
        <mxCell id="kbyZZD2k67tRUDCe1sfv-6" edge="1" parent="1" source="kbyZZD2k67tRUDCe1sfv-4" style="edgeStyle=orthogonalEdgeStyle;rounded=0;orthogonalLoop=1;jettySize=auto;html=1;exitX=0.5;exitY=1;exitDx=0;exitDy=0;">
          <mxGeometry relative="1" as="geometry">
            <Array as="points">
              <mxPoint x="385" y="560" />
              <mxPoint x="280" y="560" />
            </Array>
            <mxPoint x="280" y="560" as="targetPoint" />
          </mxGeometry>
        </mxCell>
        <mxCell id="kbyZZD2k67tRUDCe1sfv-8" edge="1" parent="1" source="kbyZZD2k67tRUDCe1sfv-4" style="edgeStyle=orthogonalEdgeStyle;rounded=0;orthogonalLoop=1;jettySize=auto;html=1;exitX=1;exitY=0.5;exitDx=0;exitDy=0;entryX=0;entryY=0.5;entryDx=0;entryDy=0;" target="Snxa9bD47oOBx4wNCC72-36">
          <mxGeometry relative="1" as="geometry" />
        </mxCell>
        <mxCell id="kbyZZD2k67tRUDCe1sfv-4" parent="1" style="rhombus;whiteSpace=wrap;html=1;" value="切速率成功？" vertex="1">
          <mxGeometry height="55" width="100" x="335" y="460" as="geometry" />
        </mxCell>
        <mxCell id="Qj_6jyX3p3bSbpmFPhCt-2" parent="1" style="ellipse;whiteSpace=wrap;html=1;fillColor=#d5e8d4;gradientColor=#97d077;strokeColor=#82b366;" value="启动成功" vertex="1">
          <mxGeometry height="40" width="90" x="335" y="617.5" as="geometry" />
        </mxCell>
      </root>
    </mxGraphModel>
  </diagram>
  <diagram id="lCvtZ__jX87erlVo9mpF" name="第 2 页">
    <mxGraphModel dx="1082" dy="561" grid="1" gridSize="10" guides="1" tooltips="1" connect="1" arrows="1" fold="1" page="1" pageScale="1" pageWidth="827" pageHeight="1169" math="0" shadow="0">
      <root>
        <mxCell id="0" />
        <mxCell id="1" parent="0" />
        <mxCell id="WnOlcH9fiUK7AfTd9S8V-1" parent="1" style="text;html=1;whiteSpace=wrap;strokeColor=none;fillColor=none;align=left;verticalAlign=middle;rounded=0;fontSize=14;" value="&lt;div&gt;&lt;div&gt;- 启动模式 101： [ufs低速启动] &lt;span style=&quot;background-color: transparent; color: light-dark(rgb(0, 0, 0), rgb(255, 255, 255));&quot;&gt;→ &lt;/span&gt;&lt;span style=&quot;background-color: transparent; color: light-dark(rgb(0, 0, 0), rgb(255, 255, 255));&quot;&gt;[usb]&lt;/span&gt;&lt;/div&gt;&lt;div&gt;- 启动模式 110： &lt;span style=&quot;background-color: transparent; color: light-dark(rgb(0, 0, 0), rgb(255, 255, 255));&quot;&gt;[ufs高速启动]&lt;/span&gt;&lt;span style=&quot;background-color: transparent; color: light-dark(rgb(0, 0, 0), rgb(255, 255, 255));&quot;&gt; &lt;/span&gt;&lt;span style=&quot;background-color: transparent; color: light-dark(rgb(0, 0, 0), rgb(255, 255, 255));&quot;&gt;→ &lt;/span&gt;&lt;span style=&quot;background-color: transparent; color: light-dark(rgb(0, 0, 0), rgb(255, 255, 255));&quot;&gt;[usb]&lt;/span&gt;&lt;/div&gt;&lt;/div&gt;异常情况汇总：" vertex="1">
          <mxGeometry height="50" width="360" x="40" y="250" as="geometry" />
        </mxCell>
        <mxCell id="WnOlcH9fiUK7AfTd9S8V-2" parent="1" style="shape=table;startSize=0;container=1;collapsible=0;childLayout=tableLayout;fontSize=14;align=left;" value="" vertex="1">
          <mxGeometry height="240" width="730" x="40" y="320" as="geometry" />
        </mxCell>
        <mxCell id="-yYV-AWoShLVFezPO-Gk-6" parent="WnOlcH9fiUK7AfTd9S8V-2" style="shape=tableRow;horizontal=0;startSize=0;swimlaneHead=0;swimlaneBody=0;strokeColor=inherit;top=0;left=0;bottom=0;right=0;collapsible=0;dropTarget=0;fillColor=none;points=[[0,0.5],[1,0.5]];portConstraint=eastwest;fontSize=14;align=left;" value="" vertex="1">
          <mxGeometry height="40" width="730" as="geometry" />
        </mxCell>
        <mxCell id="-yYV-AWoShLVFezPO-Gk-7" parent="-yYV-AWoShLVFezPO-Gk-6" style="shape=partialRectangle;html=1;whiteSpace=wrap;connectable=0;strokeColor=inherit;overflow=hidden;fillColor=none;top=0;left=0;bottom=0;right=0;pointerEvents=1;fontSize=14;align=left;" value="case" vertex="1">
          <mxGeometry height="40" width="32" as="geometry">
            <mxRectangle height="40" width="32" as="alternateBounds" />
          </mxGeometry>
        </mxCell>
        <mxCell id="-yYV-AWoShLVFezPO-Gk-8" parent="-yYV-AWoShLVFezPO-Gk-6" style="shape=partialRectangle;html=1;whiteSpace=wrap;connectable=0;strokeColor=inherit;overflow=hidden;fillColor=none;top=0;left=0;bottom=0;right=0;pointerEvents=1;fontSize=14;align=left;" value="启动情况" vertex="1">
          <mxGeometry height="40" width="288" x="32" as="geometry">
            <mxRectangle height="40" width="288" as="alternateBounds" />
          </mxGeometry>
        </mxCell>
        <mxCell id="-yYV-AWoShLVFezPO-Gk-9" parent="-yYV-AWoShLVFezPO-Gk-6" style="shape=partialRectangle;html=1;whiteSpace=wrap;connectable=0;strokeColor=inherit;overflow=hidden;fillColor=none;top=0;left=0;bottom=0;right=0;pointerEvents=1;fontSize=14;align=left;" value="建链结果" vertex="1">
          <mxGeometry height="40" width="410" x="320" as="geometry">
            <mxRectangle height="40" width="410" as="alternateBounds" />
          </mxGeometry>
        </mxCell>
        <mxCell id="-yYV-AWoShLVFezPO-Gk-2" parent="WnOlcH9fiUK7AfTd9S8V-2" style="shape=tableRow;horizontal=0;startSize=0;swimlaneHead=0;swimlaneBody=0;strokeColor=inherit;top=0;left=0;bottom=0;right=0;collapsible=0;dropTarget=0;fillColor=none;points=[[0,0.5],[1,0.5]];portConstraint=eastwest;fontSize=14;align=left;" value="" vertex="1">
          <mxGeometry height="40" width="730" y="40" as="geometry" />
        </mxCell>
        <mxCell id="-yYV-AWoShLVFezPO-Gk-3" parent="-yYV-AWoShLVFezPO-Gk-2" style="shape=partialRectangle;html=1;whiteSpace=wrap;connectable=0;strokeColor=inherit;overflow=hidden;fillColor=none;top=0;left=0;bottom=0;right=0;pointerEvents=1;fontSize=14;align=left;" value="1" vertex="1">
          <mxGeometry height="40" width="32" as="geometry">
            <mxRectangle height="40" width="32" as="alternateBounds" />
          </mxGeometry>
        </mxCell>
        <mxCell id="-yYV-AWoShLVFezPO-Gk-4" parent="-yYV-AWoShLVFezPO-Gk-2" style="shape=partialRectangle;html=1;whiteSpace=wrap;connectable=0;strokeColor=inherit;overflow=hidden;fillColor=none;top=0;left=0;bottom=0;right=0;pointerEvents=1;fontSize=14;align=left;" value="bootrom 配置低速启动，但是颗粒硬件设置高速启动，高速成功" vertex="1">
          <mxGeometry height="40" width="288" x="32" as="geometry">
            <mxRectangle height="40" width="288" as="alternateBounds" />
          </mxGeometry>
        </mxCell>
        <mxCell id="-yYV-AWoShLVFezPO-Gk-5" parent="-yYV-AWoShLVFezPO-Gk-2" style="shape=partialRectangle;html=1;whiteSpace=wrap;connectable=0;strokeColor=inherit;overflow=hidden;fillColor=none;top=0;left=0;bottom=0;right=0;pointerEvents=1;fontSize=14;align=left;" value="bootrom先低速建链失败 --&amp;gt; &lt;font style=&quot;color: rgb(0, 0, 255);&quot;&gt;高速&lt;/font&gt;建链成功" vertex="1">
          <mxGeometry height="40" width="410" x="320" as="geometry">
            <mxRectangle height="40" width="410" as="alternateBounds" />
          </mxGeometry>
        </mxCell>
        <mxCell id="-yYV-AWoShLVFezPO-Gk-10" parent="WnOlcH9fiUK7AfTd9S8V-2" style="shape=tableRow;horizontal=0;startSize=0;swimlaneHead=0;swimlaneBody=0;strokeColor=inherit;top=0;left=0;bottom=0;right=0;collapsible=0;dropTarget=0;fillColor=none;points=[[0,0.5],[1,0.5]];portConstraint=eastwest;fontSize=14;align=left;" value="" vertex="1">
          <mxGeometry height="40" width="730" y="80" as="geometry" />
        </mxCell>
        <mxCell id="-yYV-AWoShLVFezPO-Gk-11" parent="-yYV-AWoShLVFezPO-Gk-10" style="shape=partialRectangle;html=1;whiteSpace=wrap;connectable=0;strokeColor=inherit;overflow=hidden;fillColor=none;top=0;left=0;bottom=0;right=0;pointerEvents=1;fontSize=14;align=left;" value="2" vertex="1">
          <mxGeometry height="40" width="32" as="geometry">
            <mxRectangle height="40" width="32" as="alternateBounds" />
          </mxGeometry>
        </mxCell>
        <mxCell id="-yYV-AWoShLVFezPO-Gk-12" parent="-yYV-AWoShLVFezPO-Gk-10" style="shape=partialRectangle;html=1;whiteSpace=wrap;connectable=0;strokeColor=inherit;overflow=hidden;fillColor=none;top=0;left=0;bottom=0;right=0;pointerEvents=1;fontSize=14;align=left;" value="bootrom 配置高速启动，但是颗粒硬件设置底速启动，低速切高速成功" vertex="1">
          <mxGeometry height="40" width="288" x="32" as="geometry">
            <mxRectangle height="40" width="288" as="alternateBounds" />
          </mxGeometry>
        </mxCell>
        <mxCell id="-yYV-AWoShLVFezPO-Gk-13" parent="-yYV-AWoShLVFezPO-Gk-10" style="shape=partialRectangle;html=1;whiteSpace=wrap;connectable=0;strokeColor=inherit;overflow=hidden;fillColor=none;top=0;left=0;bottom=0;right=0;pointerEvents=1;fontSize=14;align=left;" value="bootrom先高速建链失败 --&amp;gt; 低速建链成功并切&lt;font style=&quot;color: rgb(0, 0, 255);&quot;&gt;高速&lt;/font&gt;" vertex="1">
          <mxGeometry height="40" width="410" x="320" as="geometry">
            <mxRectangle height="40" width="410" as="alternateBounds" />
          </mxGeometry>
        </mxCell>
        <mxCell id="WnOlcH9fiUK7AfTd9S8V-3" parent="WnOlcH9fiUK7AfTd9S8V-2" style="shape=tableRow;horizontal=0;startSize=0;swimlaneHead=0;swimlaneBody=0;strokeColor=inherit;top=0;left=0;bottom=0;right=0;collapsible=0;dropTarget=0;fillColor=none;points=[[0,0.5],[1,0.5]];portConstraint=eastwest;fontSize=14;align=left;" value="" vertex="1">
          <mxGeometry height="40" width="730" y="120" as="geometry" />
        </mxCell>
        <mxCell id="WnOlcH9fiUK7AfTd9S8V-4" parent="WnOlcH9fiUK7AfTd9S8V-3" style="shape=partialRectangle;html=1;whiteSpace=wrap;connectable=0;strokeColor=inherit;overflow=hidden;fillColor=none;top=0;left=0;bottom=0;right=0;pointerEvents=1;fontSize=14;align=left;" value="3" vertex="1">
          <mxGeometry height="40" width="32" as="geometry">
            <mxRectangle height="40" width="32" as="alternateBounds" />
          </mxGeometry>
        </mxCell>
        <mxCell id="WnOlcH9fiUK7AfTd9S8V-5" parent="WnOlcH9fiUK7AfTd9S8V-3" style="shape=partialRectangle;html=1;whiteSpace=wrap;connectable=0;strokeColor=inherit;overflow=hidden;fillColor=none;top=0;left=0;bottom=0;right=0;pointerEvents=1;fontSize=14;align=left;" value="bootrom 配置低速启动，颗粒也是低速，切速率成功" vertex="1">
          <mxGeometry height="40" width="288" x="32" as="geometry">
            <mxRectangle height="40" width="288" as="alternateBounds" />
          </mxGeometry>
        </mxCell>
        <mxCell id="WnOlcH9fiUK7AfTd9S8V-6" parent="WnOlcH9fiUK7AfTd9S8V-3" style="shape=partialRectangle;html=1;whiteSpace=wrap;connectable=0;strokeColor=inherit;overflow=hidden;fillColor=none;top=0;left=0;bottom=0;right=0;pointerEvents=1;fontSize=14;align=left;" value="bootrom低速建链切&lt;font style=&quot;color: rgb(0, 0, 255);&quot;&gt;高速&lt;/font&gt;" vertex="1">
          <mxGeometry height="40" width="410" x="320" as="geometry">
            <mxRectangle height="40" width="410" as="alternateBounds" />
          </mxGeometry>
        </mxCell>
        <mxCell id="WnOlcH9fiUK7AfTd9S8V-7" parent="WnOlcH9fiUK7AfTd9S8V-2" style="shape=tableRow;horizontal=0;startSize=0;swimlaneHead=0;swimlaneBody=0;strokeColor=inherit;top=0;left=0;bottom=0;right=0;collapsible=0;dropTarget=0;fillColor=none;points=[[0,0.5],[1,0.5]];portConstraint=eastwest;fontSize=14;align=left;" value="" vertex="1">
          <mxGeometry height="40" width="730" y="160" as="geometry" />
        </mxCell>
        <mxCell id="WnOlcH9fiUK7AfTd9S8V-8" parent="WnOlcH9fiUK7AfTd9S8V-7" style="shape=partialRectangle;html=1;whiteSpace=wrap;connectable=0;strokeColor=inherit;overflow=hidden;fillColor=none;top=0;left=0;bottom=0;right=0;pointerEvents=1;fontSize=14;align=left;" value="4" vertex="1">
          <mxGeometry height="40" width="32" as="geometry">
            <mxRectangle height="40" width="32" as="alternateBounds" />
          </mxGeometry>
        </mxCell>
        <mxCell id="WnOlcH9fiUK7AfTd9S8V-9" parent="WnOlcH9fiUK7AfTd9S8V-7" style="shape=partialRectangle;html=1;whiteSpace=wrap;connectable=0;strokeColor=inherit;overflow=hidden;fillColor=none;top=0;left=0;bottom=0;right=0;pointerEvents=1;fontSize=14;align=left;" value="bootrom 配置高速启动，颗粒也是高速，高速成功" vertex="1">
          <mxGeometry height="40" width="288" x="32" as="geometry">
            <mxRectangle height="40" width="288" as="alternateBounds" />
          </mxGeometry>
        </mxCell>
        <mxCell id="WnOlcH9fiUK7AfTd9S8V-10" parent="WnOlcH9fiUK7AfTd9S8V-7" style="shape=partialRectangle;html=1;whiteSpace=wrap;connectable=0;strokeColor=inherit;overflow=hidden;fillColor=none;top=0;left=0;bottom=0;right=0;pointerEvents=1;fontSize=14;align=left;" value="bootrom&lt;font style=&quot;color: rgb(0, 0, 255);&quot;&gt;高速&lt;/font&gt;建链" vertex="1">
          <mxGeometry height="40" width="410" x="320" as="geometry">
            <mxRectangle height="40" width="410" as="alternateBounds" />
          </mxGeometry>
        </mxCell>
        <mxCell id="WnOlcH9fiUK7AfTd9S8V-11" parent="WnOlcH9fiUK7AfTd9S8V-2" style="shape=tableRow;horizontal=0;startSize=0;swimlaneHead=0;swimlaneBody=0;strokeColor=inherit;top=0;left=0;bottom=0;right=0;collapsible=0;dropTarget=0;fillColor=none;points=[[0,0.5],[1,0.5]];portConstraint=eastwest;fontSize=14;align=left;" value="" vertex="1">
          <mxGeometry height="40" width="730" y="200" as="geometry" />
        </mxCell>
        <mxCell id="WnOlcH9fiUK7AfTd9S8V-12" parent="WnOlcH9fiUK7AfTd9S8V-11" style="shape=partialRectangle;html=1;whiteSpace=wrap;connectable=0;strokeColor=inherit;overflow=hidden;fillColor=none;top=0;left=0;bottom=0;right=0;pointerEvents=1;fontSize=14;align=left;" value="5" vertex="1">
          <mxGeometry height="40" width="32" as="geometry">
            <mxRectangle height="40" width="32" as="alternateBounds" />
          </mxGeometry>
        </mxCell>
        <mxCell id="WnOlcH9fiUK7AfTd9S8V-13" parent="WnOlcH9fiUK7AfTd9S8V-11" style="shape=partialRectangle;html=1;whiteSpace=wrap;connectable=0;strokeColor=inherit;overflow=hidden;fillColor=none;top=0;left=0;bottom=0;right=0;pointerEvents=1;fontSize=14;align=left;" value="bootrom 配置低速启动，颗粒也是低速，切速率失败，不切速率成功" vertex="1">
          <mxGeometry height="40" width="288" x="32" as="geometry">
            <mxRectangle height="40" width="288" as="alternateBounds" />
          </mxGeometry>
        </mxCell>
        <mxCell id="WnOlcH9fiUK7AfTd9S8V-14" parent="WnOlcH9fiUK7AfTd9S8V-11" style="shape=partialRectangle;html=1;whiteSpace=wrap;connectable=0;strokeColor=inherit;overflow=hidden;fillColor=none;top=0;left=0;bottom=0;right=0;pointerEvents=1;fontSize=14;align=left;" value="bootrom低速建链切高速失败 --&amp;gt; bootrom 高速建链失败 ---&amp;gt; bootrom &lt;font style=&quot;color: rgb(255, 51, 255);&quot;&gt;低速&lt;/font&gt;建链成功(不切高速)" vertex="1">
          <mxGeometry height="40" width="410" x="320" as="geometry">
            <mxRectangle height="40" width="410" as="alternateBounds" />
          </mxGeometry>
        </mxCell>
        <mxCell id="PYW4Q93ZiJ2KnNfdN5cH-39" parent="1" style="shape=tableRow;horizontal=0;startSize=0;swimlaneHead=0;swimlaneBody=0;strokeColor=inherit;top=0;left=0;bottom=0;right=0;collapsible=0;dropTarget=0;fillColor=none;points=[[0,0.5],[1,0.5]];portConstraint=eastwest;fontSize=14;align=left;" value="" vertex="1">
          <mxGeometry height="40" width="730" x="40" y="560" as="geometry" />
        </mxCell>
        <mxCell id="PYW4Q93ZiJ2KnNfdN5cH-63" parent="1" style="shape=table;startSize=0;container=1;collapsible=0;childLayout=tableLayout;fontSize=14;align=left;" value="" vertex="1">
          <mxGeometry height="260" width="730" x="40" y="560" as="geometry" />
        </mxCell>
        <mxCell id="PYW4Q93ZiJ2KnNfdN5cH-64" parent="PYW4Q93ZiJ2KnNfdN5cH-63" style="shape=tableRow;horizontal=0;startSize=0;swimlaneHead=0;swimlaneBody=0;strokeColor=inherit;top=0;left=0;bottom=0;right=0;collapsible=0;dropTarget=0;fillColor=none;points=[[0,0.5],[1,0.5]];portConstraint=eastwest;fontSize=14;align=left;" value="" vertex="1">
          <mxGeometry height="40" width="730" as="geometry" />
        </mxCell>
        <mxCell id="PYW4Q93ZiJ2KnNfdN5cH-65" parent="PYW4Q93ZiJ2KnNfdN5cH-64" style="shape=partialRectangle;html=1;whiteSpace=wrap;connectable=0;strokeColor=inherit;overflow=hidden;fillColor=none;top=0;left=0;bottom=0;right=0;pointerEvents=1;fontSize=14;align=left;" value="6" vertex="1">
          <mxGeometry height="40" width="32" as="geometry">
            <mxRectangle height="40" width="32" as="alternateBounds" />
          </mxGeometry>
        </mxCell>
        <mxCell id="PYW4Q93ZiJ2KnNfdN5cH-66" parent="PYW4Q93ZiJ2KnNfdN5cH-64" style="shape=partialRectangle;html=1;whiteSpace=wrap;connectable=0;strokeColor=inherit;overflow=hidden;fillColor=none;top=0;left=0;bottom=0;right=0;pointerEvents=1;fontSize=14;align=left;" value="bootrom 配置高速启动，颗粒是低速，低速切高速失败" vertex="1">
          <mxGeometry height="40" width="288" x="32" as="geometry">
            <mxRectangle height="40" width="288" as="alternateBounds" />
          </mxGeometry>
        </mxCell>
        <mxCell id="PYW4Q93ZiJ2KnNfdN5cH-67" parent="PYW4Q93ZiJ2KnNfdN5cH-64" style="shape=partialRectangle;html=1;whiteSpace=wrap;connectable=0;strokeColor=inherit;overflow=hidden;fillColor=none;top=0;left=0;bottom=0;right=0;pointerEvents=1;fontSize=14;align=left;" value="bootrom高速建链失败 --&amp;gt; bootrom 低速建链切高速失败 ---&amp;gt; bootrom &lt;font style=&quot;color: rgb(255, 51, 255);&quot;&gt;低速&lt;/font&gt;建链成功(不切高速)" vertex="1">
          <mxGeometry height="40" width="410" x="320" as="geometry">
            <mxRectangle height="40" width="410" as="alternateBounds" />
          </mxGeometry>
        </mxCell>
        <mxCell id="PYW4Q93ZiJ2KnNfdN5cH-68" parent="PYW4Q93ZiJ2KnNfdN5cH-63" style="shape=tableRow;horizontal=0;startSize=0;swimlaneHead=0;swimlaneBody=0;strokeColor=inherit;top=0;left=0;bottom=0;right=0;collapsible=0;dropTarget=0;fillColor=none;points=[[0,0.5],[1,0.5]];portConstraint=eastwest;fontSize=14;align=left;" value="" vertex="1">
          <mxGeometry height="60" width="730" y="40" as="geometry" />
        </mxCell>
        <mxCell id="PYW4Q93ZiJ2KnNfdN5cH-69" parent="PYW4Q93ZiJ2KnNfdN5cH-68" style="shape=partialRectangle;html=1;whiteSpace=wrap;connectable=0;strokeColor=inherit;overflow=hidden;fillColor=none;top=0;left=0;bottom=0;right=0;pointerEvents=1;fontSize=14;align=left;" value="7" vertex="1">
          <mxGeometry height="60" width="32" as="geometry">
            <mxRectangle height="60" width="32" as="alternateBounds" />
          </mxGeometry>
        </mxCell>
        <mxCell id="PYW4Q93ZiJ2KnNfdN5cH-70" parent="PYW4Q93ZiJ2KnNfdN5cH-68" style="shape=partialRectangle;html=1;whiteSpace=wrap;connectable=0;strokeColor=inherit;overflow=hidden;fillColor=none;top=0;left=0;bottom=0;right=0;pointerEvents=1;fontSize=14;align=left;" value="bootrom配置高速启动，颗粒也是高速，但是高速建链失败" vertex="1">
          <mxGeometry height="60" width="288" x="32" as="geometry">
            <mxRectangle height="60" width="288" as="alternateBounds" />
          </mxGeometry>
        </mxCell>
        <mxCell id="PYW4Q93ZiJ2KnNfdN5cH-71" parent="PYW4Q93ZiJ2KnNfdN5cH-68" style="shape=partialRectangle;html=1;whiteSpace=wrap;connectable=0;strokeColor=inherit;overflow=hidden;fillColor=none;top=0;left=0;bottom=0;right=0;pointerEvents=1;fontSize=14;align=left;" value="bootrom高速建链失败 --&amp;gt; bootrom 低速建链切高速失败 ---&amp;gt; bootrom 低速建链失败 &lt;font style=&quot;color: rgb(255, 51, 51);&quot;&gt;（需要改颗粒硬件PIN配置低速 或者使能LSS efuse 控制）&lt;/font&gt;" vertex="1">
          <mxGeometry height="60" width="410" x="320" as="geometry">
            <mxRectangle height="60" width="410" as="alternateBounds" />
          </mxGeometry>
        </mxCell>
        <mxCell id="PYW4Q93ZiJ2KnNfdN5cH-72" parent="PYW4Q93ZiJ2KnNfdN5cH-63" style="shape=tableRow;horizontal=0;startSize=0;swimlaneHead=0;swimlaneBody=0;strokeColor=inherit;top=0;left=0;bottom=0;right=0;collapsible=0;dropTarget=0;fillColor=none;points=[[0,0.5],[1,0.5]];portConstraint=eastwest;fontSize=14;align=left;" value="" vertex="1">
          <mxGeometry height="40" width="730" y="100" as="geometry" />
        </mxCell>
        <mxCell id="PYW4Q93ZiJ2KnNfdN5cH-73" parent="PYW4Q93ZiJ2KnNfdN5cH-72" style="shape=partialRectangle;html=1;whiteSpace=wrap;connectable=0;strokeColor=inherit;overflow=hidden;fillColor=none;top=0;left=0;bottom=0;right=0;pointerEvents=1;fontSize=14;align=left;" value="8" vertex="1">
          <mxGeometry height="40" width="32" as="geometry">
            <mxRectangle height="40" width="32" as="alternateBounds" />
          </mxGeometry>
        </mxCell>
        <mxCell id="PYW4Q93ZiJ2KnNfdN5cH-74" parent="PYW4Q93ZiJ2KnNfdN5cH-72" style="shape=partialRectangle;html=1;whiteSpace=wrap;connectable=0;strokeColor=inherit;overflow=hidden;fillColor=none;top=0;left=0;bottom=0;right=0;pointerEvents=1;fontSize=14;align=left;" value="bootrom 配置低速启动，颗粒也是低速，低速建链失败" vertex="1">
          <mxGeometry height="40" width="288" x="32" as="geometry">
            <mxRectangle height="40" width="288" as="alternateBounds" />
          </mxGeometry>
        </mxCell>
        <mxCell id="PYW4Q93ZiJ2KnNfdN5cH-75" parent="PYW4Q93ZiJ2KnNfdN5cH-72" style="shape=partialRectangle;html=1;whiteSpace=wrap;connectable=0;strokeColor=inherit;overflow=hidden;fillColor=none;top=0;left=0;bottom=0;right=0;pointerEvents=1;fontSize=14;align=left;" value="bootrom低速建链切高速失败 --&amp;gt; bootrom 高速建链失败 ---&amp;gt; bootrom 低速建链失败 --&amp;gt; &lt;font style=&quot;color: rgb(255, 51, 51);&quot;&gt;USB 启动 （需要查硬件问题）&lt;/font&gt;" vertex="1">
          <mxGeometry height="40" width="410" x="320" as="geometry">
            <mxRectangle height="40" width="410" as="alternateBounds" />
          </mxGeometry>
        </mxCell>
        <mxCell id="PYW4Q93ZiJ2KnNfdN5cH-76" parent="PYW4Q93ZiJ2KnNfdN5cH-63" style="shape=tableRow;horizontal=0;startSize=0;swimlaneHead=0;swimlaneBody=0;strokeColor=inherit;top=0;left=0;bottom=0;right=0;collapsible=0;dropTarget=0;fillColor=none;points=[[0,0.5],[1,0.5]];portConstraint=eastwest;fontSize=14;align=left;" value="" vertex="1">
          <mxGeometry height="40" width="730" y="140" as="geometry" />
        </mxCell>
        <mxCell id="PYW4Q93ZiJ2KnNfdN5cH-77" parent="PYW4Q93ZiJ2KnNfdN5cH-76" style="shape=partialRectangle;html=1;whiteSpace=wrap;connectable=0;strokeColor=inherit;overflow=hidden;fillColor=none;top=0;left=0;bottom=0;right=0;pointerEvents=1;fontSize=14;align=left;" value="" vertex="1">
          <mxGeometry height="40" width="32" as="geometry">
            <mxRectangle height="40" width="32" as="alternateBounds" />
          </mxGeometry>
        </mxCell>
        <mxCell id="PYW4Q93ZiJ2KnNfdN5cH-78" parent="PYW4Q93ZiJ2KnNfdN5cH-76" style="shape=partialRectangle;html=1;whiteSpace=wrap;connectable=0;strokeColor=inherit;overflow=hidden;fillColor=none;top=0;left=0;bottom=0;right=0;pointerEvents=1;fontSize=14;align=left;" value="" vertex="1">
          <mxGeometry height="40" width="288" x="32" as="geometry">
            <mxRectangle height="40" width="288" as="alternateBounds" />
          </mxGeometry>
        </mxCell>
        <mxCell id="PYW4Q93ZiJ2KnNfdN5cH-79" parent="PYW4Q93ZiJ2KnNfdN5cH-76" style="shape=partialRectangle;html=1;whiteSpace=wrap;connectable=0;strokeColor=inherit;overflow=hidden;fillColor=none;top=0;left=0;bottom=0;right=0;pointerEvents=1;fontSize=14;align=left;" value="" vertex="1">
          <mxGeometry height="40" width="410" x="320" as="geometry">
            <mxRectangle height="40" width="410" as="alternateBounds" />
          </mxGeometry>
        </mxCell>
        <mxCell id="PYW4Q93ZiJ2KnNfdN5cH-80" parent="PYW4Q93ZiJ2KnNfdN5cH-63" style="shape=tableRow;horizontal=0;startSize=0;swimlaneHead=0;swimlaneBody=0;strokeColor=inherit;top=0;left=0;bottom=0;right=0;collapsible=0;dropTarget=0;fillColor=none;points=[[0,0.5],[1,0.5]];portConstraint=eastwest;fontSize=14;align=left;" value="" vertex="1">
          <mxGeometry height="40" width="730" y="180" as="geometry" />
        </mxCell>
        <mxCell id="PYW4Q93ZiJ2KnNfdN5cH-81" parent="PYW4Q93ZiJ2KnNfdN5cH-80" style="shape=partialRectangle;html=1;whiteSpace=wrap;connectable=0;strokeColor=inherit;overflow=hidden;fillColor=none;top=0;left=0;bottom=0;right=0;pointerEvents=1;fontSize=14;align=left;" value="" vertex="1">
          <mxGeometry height="40" width="32" as="geometry">
            <mxRectangle height="40" width="32" as="alternateBounds" />
          </mxGeometry>
        </mxCell>
        <mxCell id="PYW4Q93ZiJ2KnNfdN5cH-82" parent="PYW4Q93ZiJ2KnNfdN5cH-80" style="shape=partialRectangle;html=1;whiteSpace=wrap;connectable=0;strokeColor=inherit;overflow=hidden;fillColor=none;top=0;left=0;bottom=0;right=0;pointerEvents=1;fontSize=14;align=left;" value="" vertex="1">
          <mxGeometry height="40" width="288" x="32" as="geometry">
            <mxRectangle height="40" width="288" as="alternateBounds" />
          </mxGeometry>
        </mxCell>
        <mxCell id="PYW4Q93ZiJ2KnNfdN5cH-83" parent="PYW4Q93ZiJ2KnNfdN5cH-80" style="shape=partialRectangle;html=1;whiteSpace=wrap;connectable=0;strokeColor=inherit;overflow=hidden;fillColor=none;top=0;left=0;bottom=0;right=0;pointerEvents=1;fontSize=14;align=left;" value="" vertex="1">
          <mxGeometry height="40" width="410" x="320" as="geometry">
            <mxRectangle height="40" width="410" as="alternateBounds" />
          </mxGeometry>
        </mxCell>
        <mxCell id="PYW4Q93ZiJ2KnNfdN5cH-84" parent="PYW4Q93ZiJ2KnNfdN5cH-63" style="shape=tableRow;horizontal=0;startSize=0;swimlaneHead=0;swimlaneBody=0;strokeColor=inherit;top=0;left=0;bottom=0;right=0;collapsible=0;dropTarget=0;fillColor=none;points=[[0,0.5],[1,0.5]];portConstraint=eastwest;fontSize=14;align=left;" value="" vertex="1">
          <mxGeometry height="40" width="730" y="220" as="geometry" />
        </mxCell>
        <mxCell id="PYW4Q93ZiJ2KnNfdN5cH-85" parent="PYW4Q93ZiJ2KnNfdN5cH-84" style="shape=partialRectangle;html=1;whiteSpace=wrap;connectable=0;strokeColor=inherit;overflow=hidden;fillColor=none;top=0;left=0;bottom=0;right=0;pointerEvents=1;fontSize=14;align=left;" value="" vertex="1">
          <mxGeometry height="40" width="32" as="geometry">
            <mxRectangle height="40" width="32" as="alternateBounds" />
          </mxGeometry>
        </mxCell>
        <mxCell id="PYW4Q93ZiJ2KnNfdN5cH-86" parent="PYW4Q93ZiJ2KnNfdN5cH-84" style="shape=partialRectangle;html=1;whiteSpace=wrap;connectable=0;strokeColor=inherit;overflow=hidden;fillColor=none;top=0;left=0;bottom=0;right=0;pointerEvents=1;fontSize=14;align=left;" value="" vertex="1">
          <mxGeometry height="40" width="288" x="32" as="geometry">
            <mxRectangle height="40" width="288" as="alternateBounds" />
          </mxGeometry>
        </mxCell>
        <mxCell id="PYW4Q93ZiJ2KnNfdN5cH-87" parent="PYW4Q93ZiJ2KnNfdN5cH-84" style="shape=partialRectangle;html=1;whiteSpace=wrap;connectable=0;strokeColor=inherit;overflow=hidden;fillColor=none;top=0;left=0;bottom=0;right=0;pointerEvents=1;fontSize=14;align=left;" value="" vertex="1">
          <mxGeometry height="40" width="410" x="320" as="geometry">
            <mxRectangle height="40" width="410" as="alternateBounds" />
          </mxGeometry>
        </mxCell>
      </root>
    </mxGraphModel>
  </diagram>
</mxfile>
